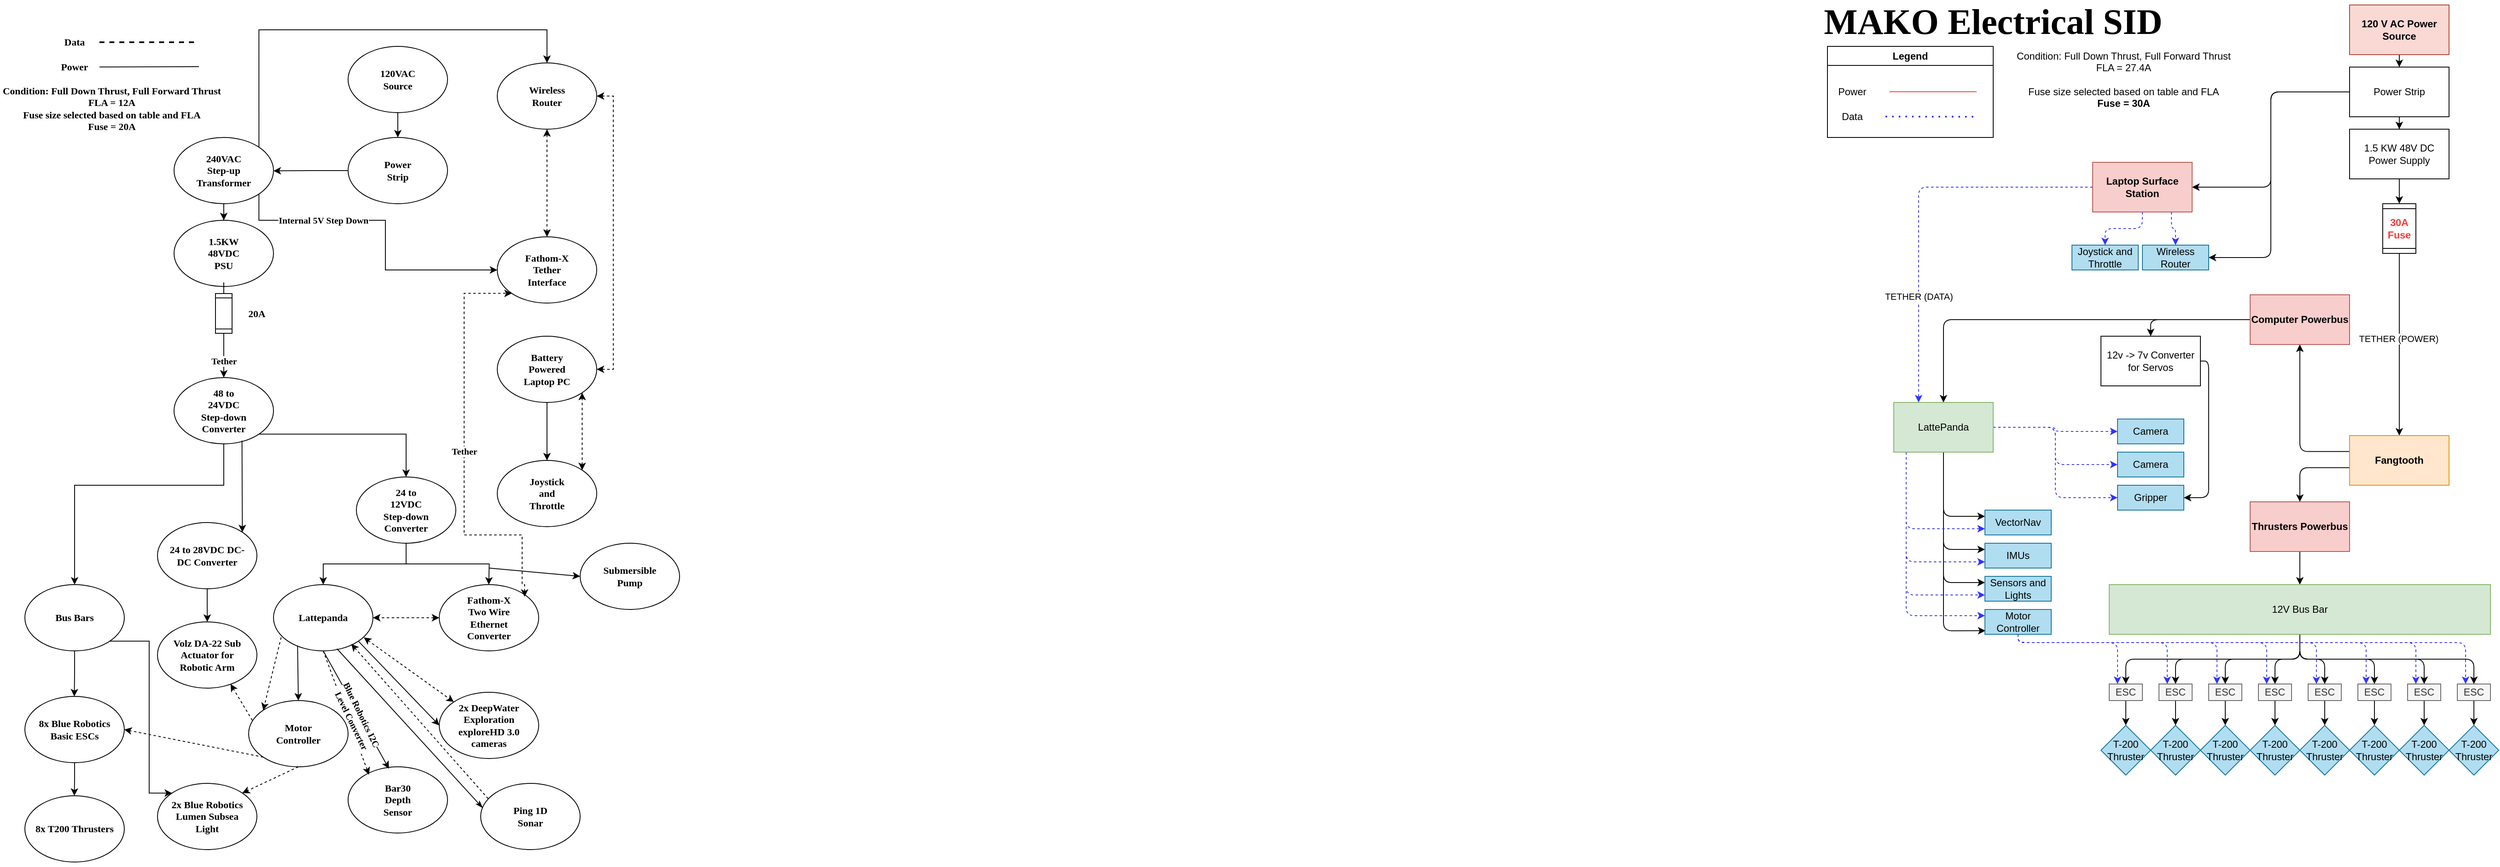
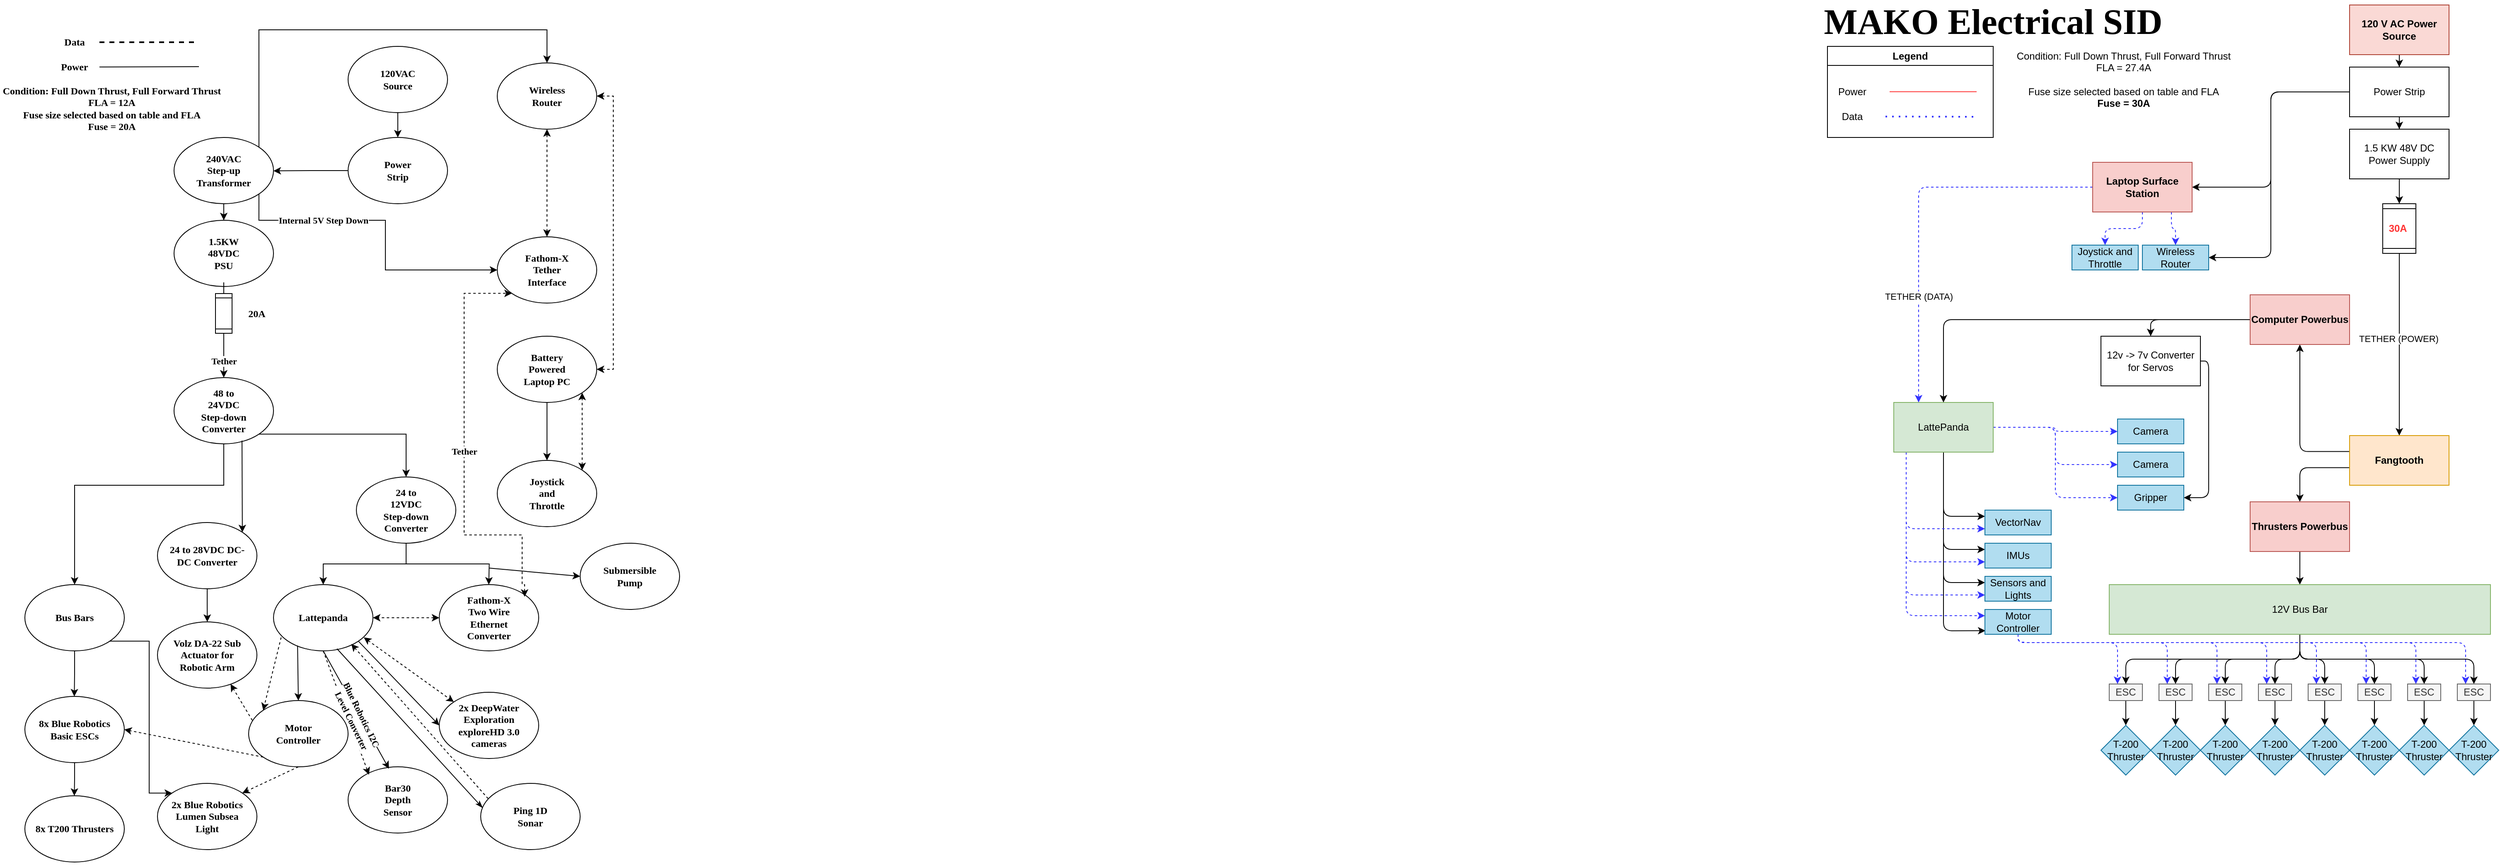
<mxfile host="app.diagrams.net" agent="Mozilla/5.0 (Windows NT 10.0; Win64; x64; rv:139.0) Gecko/20100101 Firefox/139.0">
  <diagram name="Page-1" id="doaNbLGYiiKzRFzNWdXi">
-     <mxGraphModel dx="3412" dy="993" grid="1" gridSize="10" guides="1" tooltips="1" connect="1" arrows="1" fold="1" page="1" pageScale="1" pageWidth="850" pageHeight="1100" math="0" shadow="0">
+     <mxGraphModel dx="3117" dy="822" grid="1" gridSize="10" guides="1" tooltips="1" connect="1" arrows="1" fold="1" page="1" pageScale="1" pageWidth="850" pageHeight="1100" math="0" shadow="0">
      <root>
        <mxCell id="0" />
        <mxCell id="1" parent="0" />
        <mxCell id="KtZ6byTwQnFwZSQ_47y7-5" edge="1" parent="1" source="KtZ6byTwQnFwZSQ_47y7-1" style="endArrow=classic;html=1;rounded=0;exitX=0.5;exitY=1;exitDx=0;exitDy=0;fontFamily=Times New Roman;fontStyle=1" target="KtZ6byTwQnFwZSQ_47y7-6" value="">
          <mxGeometry height="50" relative="1" width="50" as="geometry">
            <mxPoint x="-970" y="310" as="sourcePoint" />
            <mxPoint x="-1190" y="260" as="targetPoint" />
          </mxGeometry>
        </mxCell>
        <mxCell id="KtZ6byTwQnFwZSQ_47y7-8" connectable="0" parent="1" style="group;fontFamily=Times New Roman;fontStyle=1;rounded=0;" value="" vertex="1">
          <mxGeometry height="80" width="120" x="-920" y="60" as="geometry" />
        </mxCell>
        <mxCell id="KtZ6byTwQnFwZSQ_47y7-1" parent="KtZ6byTwQnFwZSQ_47y7-8" style="ellipse;whiteSpace=wrap;html=1;fontFamily=Times New Roman;fontStyle=1;rounded=0;" value="" vertex="1">
          <mxGeometry height="80" width="120" as="geometry" />
        </mxCell>
        <mxCell id="KtZ6byTwQnFwZSQ_47y7-2" parent="KtZ6byTwQnFwZSQ_47y7-8" style="text;html=1;align=center;verticalAlign=middle;whiteSpace=wrap;rounded=0;fontFamily=Times New Roman;fontStyle=1" value="120VAC Source" vertex="1">
          <mxGeometry height="30" width="60" x="30" y="25" as="geometry" />
        </mxCell>
        <mxCell id="KtZ6byTwQnFwZSQ_47y7-17" edge="1" parent="1" source="KtZ6byTwQnFwZSQ_47y7-18" style="endArrow=none;html=1;rounded=0;fontFamily=Times New Roman;fontStyle=1" value="">
          <mxGeometry height="50" relative="1" width="50" as="geometry">
            <mxPoint x="-1220" y="84.5" as="sourcePoint" />
            <mxPoint x="-1100" y="84.5" as="targetPoint" />
          </mxGeometry>
        </mxCell>
        <mxCell id="KtZ6byTwQnFwZSQ_47y7-21" collapsed="1" parent="1" style="text;html=1;align=center;verticalAlign=middle;whiteSpace=wrap;rounded=0;container=0;fontFamily=Times New Roman;fontStyle=1" value="&lt;div&gt;Data&lt;/div&gt;" vertex="1">
          <mxGeometry height="30" width="60" x="-1280" y="40" as="geometry">
            <mxRectangle height="30" width="60" x="320" y="275" as="alternateBounds" />
          </mxGeometry>
        </mxCell>
        <mxCell id="KtZ6byTwQnFwZSQ_47y7-22" edge="1" parent="1" style="endArrow=none;html=1;rounded=0;fontFamily=Times New Roman;fontStyle=1" target="KtZ6byTwQnFwZSQ_47y7-18" value="">
          <mxGeometry height="50" relative="1" width="50" as="geometry">
            <mxPoint x="-1220" y="84.5" as="sourcePoint" />
            <mxPoint x="-1100" y="84.5" as="targetPoint" />
          </mxGeometry>
        </mxCell>
        <mxCell id="KtZ6byTwQnFwZSQ_47y7-18" parent="1" style="text;html=1;align=center;verticalAlign=middle;whiteSpace=wrap;rounded=0;fontFamily=Times New Roman;fontStyle=1" value="&lt;div&gt;Power&lt;/div&gt;" vertex="1">
          <mxGeometry height="30" width="60" x="-1280" y="70" as="geometry" />
        </mxCell>
        <mxCell id="KtZ6byTwQnFwZSQ_47y7-24" connectable="0" parent="1" style="group;fontFamily=Times New Roman;fontStyle=1;rounded=0;" value="" vertex="1">
          <mxGeometry height="80" width="120" x="-740" y="290" as="geometry" />
        </mxCell>
        <mxCell id="KtZ6byTwQnFwZSQ_47y7-25" parent="KtZ6byTwQnFwZSQ_47y7-24" style="ellipse;whiteSpace=wrap;html=1;fontFamily=Times New Roman;fontStyle=1;rounded=0;" value="" vertex="1">
          <mxGeometry height="80" width="120" as="geometry" />
        </mxCell>
        <mxCell id="KtZ6byTwQnFwZSQ_47y7-26" collapsed="1" parent="KtZ6byTwQnFwZSQ_47y7-24" style="text;html=1;align=center;verticalAlign=middle;whiteSpace=wrap;rounded=0;container=0;fontFamily=Times New Roman;fontStyle=1" value="Fathom-X Tether Interface" vertex="1">
          <mxGeometry height="30" width="60" x="30" y="25" as="geometry">
            <mxRectangle height="30" width="60" x="320" y="275" as="alternateBounds" />
          </mxGeometry>
        </mxCell>
        <mxCell id="KtZ6byTwQnFwZSQ_47y7-29" connectable="0" parent="1" style="group;fontFamily=Times New Roman;fontStyle=1;rounded=0;" value="" vertex="1">
          <mxGeometry height="80" width="120" x="-740" y="410" as="geometry" />
        </mxCell>
        <mxCell id="KtZ6byTwQnFwZSQ_47y7-30" parent="KtZ6byTwQnFwZSQ_47y7-29" style="ellipse;whiteSpace=wrap;html=1;fontFamily=Times New Roman;fontStyle=1;rounded=0;" value="" vertex="1">
          <mxGeometry height="80" width="120" as="geometry" />
        </mxCell>
        <mxCell id="KtZ6byTwQnFwZSQ_47y7-31" collapsed="1" parent="KtZ6byTwQnFwZSQ_47y7-29" style="text;html=1;align=center;verticalAlign=middle;whiteSpace=wrap;rounded=0;container=0;fontFamily=Times New Roman;fontStyle=1" value="Battery Powered Laptop PC" vertex="1">
          <mxGeometry height="30" width="60" x="30" y="25" as="geometry">
            <mxRectangle height="30" width="60" x="320" y="275" as="alternateBounds" />
          </mxGeometry>
        </mxCell>
        <mxCell id="KtZ6byTwQnFwZSQ_47y7-32" connectable="0" parent="1" style="group;fontFamily=Times New Roman;fontStyle=1;rounded=0;" value="" vertex="1">
          <mxGeometry height="80" width="120" x="-920" y="170" as="geometry" />
        </mxCell>
        <mxCell id="KtZ6byTwQnFwZSQ_47y7-9" connectable="0" parent="KtZ6byTwQnFwZSQ_47y7-32" style="group;fontFamily=Times New Roman;fontStyle=1;rounded=0;" value="" vertex="1">
          <mxGeometry height="80" width="120" as="geometry" />
        </mxCell>
        <mxCell id="KtZ6byTwQnFwZSQ_47y7-44" edge="1" parent="KtZ6byTwQnFwZSQ_47y7-9" source="KtZ6byTwQnFwZSQ_47y7-6" style="edgeStyle=orthogonalEdgeStyle;rounded=0;orthogonalLoop=1;jettySize=auto;html=1;exitX=0;exitY=0.5;exitDx=0;exitDy=0;fontFamily=Times New Roman;fontStyle=1">
          <mxGeometry relative="1" as="geometry">
            <mxPoint x="-90.00000000000011" y="40.33333333333337" as="targetPoint" />
          </mxGeometry>
        </mxCell>
        <mxCell id="KtZ6byTwQnFwZSQ_47y7-6" parent="KtZ6byTwQnFwZSQ_47y7-9" style="ellipse;whiteSpace=wrap;html=1;fontFamily=Times New Roman;fontStyle=1;rounded=0;" value="" vertex="1">
          <mxGeometry height="80" width="120" as="geometry" />
        </mxCell>
        <mxCell id="KtZ6byTwQnFwZSQ_47y7-7" parent="KtZ6byTwQnFwZSQ_47y7-9" style="text;html=1;align=center;verticalAlign=middle;whiteSpace=wrap;rounded=0;fontFamily=Times New Roman;fontStyle=1" value="&lt;div&gt;Power Strip&lt;/div&gt;" vertex="1">
          <mxGeometry height="30" width="60" x="30" y="25" as="geometry" />
        </mxCell>
        <mxCell id="KtZ6byTwQnFwZSQ_47y7-33" connectable="0" parent="1" style="group;fontFamily=Times New Roman;fontStyle=1;rounded=0;" value="" vertex="1">
          <mxGeometry height="80" width="120" x="-740" y="80" as="geometry" />
        </mxCell>
        <mxCell id="KtZ6byTwQnFwZSQ_47y7-16" connectable="0" parent="KtZ6byTwQnFwZSQ_47y7-33" style="group;fontFamily=Times New Roman;fontStyle=1;rounded=0;" value="" vertex="1">
          <mxGeometry height="80" width="120" as="geometry" />
        </mxCell>
        <mxCell id="KtZ6byTwQnFwZSQ_47y7-13" parent="KtZ6byTwQnFwZSQ_47y7-16" style="ellipse;whiteSpace=wrap;html=1;fontFamily=Times New Roman;fontStyle=1;rounded=0;" value="" vertex="1">
          <mxGeometry height="80" width="120" as="geometry" />
        </mxCell>
        <mxCell id="KtZ6byTwQnFwZSQ_47y7-14" collapsed="1" parent="KtZ6byTwQnFwZSQ_47y7-16" style="text;html=1;align=center;verticalAlign=middle;whiteSpace=wrap;rounded=0;container=0;fontFamily=Times New Roman;fontStyle=1" value="&lt;div&gt;Wireless Router&lt;/div&gt;" vertex="1">
          <mxGeometry height="30" width="60" x="30" y="25" as="geometry">
            <mxRectangle height="30" width="60" x="320" y="275" as="alternateBounds" />
          </mxGeometry>
        </mxCell>
        <mxCell id="KtZ6byTwQnFwZSQ_47y7-28" edge="1" parent="KtZ6byTwQnFwZSQ_47y7-33" source="KtZ6byTwQnFwZSQ_47y7-25" style="endArrow=classic;html=1;rounded=0;dashed=1;exitX=0.5;exitY=0;exitDx=0;exitDy=0;entryX=0.5;entryY=1;entryDx=0;entryDy=0;startArrow=classic;startFill=1;fontFamily=Times New Roman;fontStyle=1" target="KtZ6byTwQnFwZSQ_47y7-13" value="">
          <mxGeometry height="50" relative="1" width="50" as="geometry">
            <mxPoint x="-30" y="210" as="sourcePoint" />
            <mxPoint x="20" y="160" as="targetPoint" />
          </mxGeometry>
        </mxCell>
        <mxCell id="KtZ6byTwQnFwZSQ_47y7-37" connectable="0" parent="1" style="group;fontFamily=Times New Roman;fontStyle=1;rounded=0;" value="" vertex="1">
          <mxGeometry height="80" width="120" x="-740" y="560" as="geometry" />
        </mxCell>
        <mxCell id="KtZ6byTwQnFwZSQ_47y7-38" parent="KtZ6byTwQnFwZSQ_47y7-37" style="ellipse;whiteSpace=wrap;html=1;fontFamily=Times New Roman;fontStyle=1;rounded=0;" value="" vertex="1">
          <mxGeometry height="80" width="120" as="geometry" />
        </mxCell>
        <mxCell id="KtZ6byTwQnFwZSQ_47y7-39" collapsed="1" parent="KtZ6byTwQnFwZSQ_47y7-37" style="text;html=1;align=center;verticalAlign=middle;whiteSpace=wrap;rounded=0;container=0;fontFamily=Times New Roman;fontStyle=1" value="Joystick and Throttle" vertex="1">
          <mxGeometry height="30" width="60" x="30" y="25" as="geometry">
            <mxRectangle height="30" width="60" x="320" y="275" as="alternateBounds" />
          </mxGeometry>
        </mxCell>
        <mxCell id="KtZ6byTwQnFwZSQ_47y7-40" edge="1" parent="1" source="KtZ6byTwQnFwZSQ_47y7-30" style="edgeStyle=orthogonalEdgeStyle;rounded=0;orthogonalLoop=1;jettySize=auto;html=1;exitX=0.5;exitY=1;exitDx=0;exitDy=0;fontFamily=Times New Roman;fontStyle=1" target="KtZ6byTwQnFwZSQ_47y7-38">
          <mxGeometry relative="1" as="geometry" />
        </mxCell>
        <mxCell id="KtZ6byTwQnFwZSQ_47y7-41" connectable="0" parent="1" style="group;fontFamily=Times New Roman;fontStyle=1;rounded=0;" value="" vertex="1">
          <mxGeometry height="80" width="120" x="-1130" y="170" as="geometry" />
        </mxCell>
        <mxCell id="KtZ6byTwQnFwZSQ_47y7-42" parent="KtZ6byTwQnFwZSQ_47y7-41" style="ellipse;whiteSpace=wrap;html=1;fontFamily=Times New Roman;fontStyle=1;rounded=0;" value="" vertex="1">
          <mxGeometry height="80" width="120" as="geometry" />
        </mxCell>
        <mxCell id="KtZ6byTwQnFwZSQ_47y7-43" collapsed="1" parent="KtZ6byTwQnFwZSQ_47y7-41" style="text;html=1;align=center;verticalAlign=middle;whiteSpace=wrap;rounded=0;container=0;fontFamily=Times New Roman;fontStyle=1" value="240VAC Step-up Transformer" vertex="1">
          <mxGeometry height="30" width="60" x="30" y="25" as="geometry">
            <mxRectangle height="30" width="60" x="320" y="275" as="alternateBounds" />
          </mxGeometry>
        </mxCell>
        <mxCell id="KtZ6byTwQnFwZSQ_47y7-45" connectable="0" parent="1" style="group;fontFamily=Times New Roman;fontStyle=1;rounded=0;" value="" vertex="1">
          <mxGeometry height="80" width="120" x="-1130" y="270" as="geometry" />
        </mxCell>
        <mxCell id="KtZ6byTwQnFwZSQ_47y7-46" parent="KtZ6byTwQnFwZSQ_47y7-45" style="ellipse;whiteSpace=wrap;html=1;fontFamily=Times New Roman;fontStyle=1;rounded=0;" value="" vertex="1">
          <mxGeometry height="80" width="120" as="geometry" />
        </mxCell>
        <mxCell id="KtZ6byTwQnFwZSQ_47y7-47" collapsed="1" parent="KtZ6byTwQnFwZSQ_47y7-45" style="text;html=1;align=center;verticalAlign=middle;whiteSpace=wrap;rounded=0;container=0;fontFamily=Times New Roman;fontStyle=1" value="1.5KW 48VDC PSU" vertex="1">
          <mxGeometry height="30" width="60" x="30" y="25" as="geometry">
            <mxRectangle height="30" width="60" x="320" y="275" as="alternateBounds" />
          </mxGeometry>
        </mxCell>
        <mxCell id="KtZ6byTwQnFwZSQ_47y7-48" edge="1" parent="1" source="KtZ6byTwQnFwZSQ_47y7-42" style="edgeStyle=orthogonalEdgeStyle;rounded=0;orthogonalLoop=1;jettySize=auto;html=1;exitX=0.5;exitY=1;exitDx=0;exitDy=0;fontFamily=Times New Roman;fontStyle=1" target="KtZ6byTwQnFwZSQ_47y7-46">
          <mxGeometry relative="1" as="geometry" />
        </mxCell>
        <mxCell id="KtZ6byTwQnFwZSQ_47y7-51" edge="1" parent="1" style="endArrow=classic;html=1;rounded=0;fontFamily=Times New Roman;fontStyle=1" value="">
          <mxGeometry relative="1" as="geometry">
            <mxPoint x="-1070" y="420" as="sourcePoint" />
            <mxPoint x="-1070" y="460" as="targetPoint" />
          </mxGeometry>
        </mxCell>
        <mxCell id="KtZ6byTwQnFwZSQ_47y7-52" connectable="0" parent="KtZ6byTwQnFwZSQ_47y7-51" style="edgeLabel;resizable=0;html=1;;align=center;verticalAlign=middle;fontFamily=Times New Roman;fontStyle=1;rounded=0;" value="&lt;div&gt;Tether&lt;/div&gt;" vertex="1">
          <mxGeometry relative="1" as="geometry" />
        </mxCell>
        <mxCell id="KtZ6byTwQnFwZSQ_47y7-57" edge="1" parent="1" source="KtZ6byTwQnFwZSQ_47y7-13" style="edgeStyle=orthogonalEdgeStyle;rounded=0;orthogonalLoop=1;jettySize=auto;html=1;exitX=1;exitY=0.5;exitDx=0;exitDy=0;entryX=1;entryY=0.5;entryDx=0;entryDy=0;dashed=1;startArrow=classic;startFill=1;fontFamily=Times New Roman;fontStyle=1" target="KtZ6byTwQnFwZSQ_47y7-30">
          <mxGeometry relative="1" as="geometry" />
        </mxCell>
        <mxCell id="KtZ6byTwQnFwZSQ_47y7-58" connectable="0" parent="1" style="group;fontFamily=Times New Roman;fontStyle=1;rounded=0;" value="" vertex="1">
          <mxGeometry height="590" width="460" x="-1130" y="460" as="geometry" />
        </mxCell>
        <mxCell id="KtZ6byTwQnFwZSQ_47y7-63" edge="1" parent="KtZ6byTwQnFwZSQ_47y7-58" source="KtZ6byTwQnFwZSQ_47y7-59" style="edgeStyle=orthogonalEdgeStyle;rounded=0;orthogonalLoop=1;jettySize=auto;html=1;exitX=1;exitY=1;exitDx=0;exitDy=0;entryX=0.5;entryY=0;entryDx=0;entryDy=0;fontFamily=Times New Roman;fontStyle=1" target="KtZ6byTwQnFwZSQ_47y7-65">
          <mxGeometry relative="1" as="geometry">
            <mxPoint x="220" y="130" as="targetPoint" />
          </mxGeometry>
        </mxCell>
        <mxCell id="KtZ6byTwQnFwZSQ_47y7-59" parent="KtZ6byTwQnFwZSQ_47y7-58" style="ellipse;whiteSpace=wrap;html=1;fontFamily=Times New Roman;fontStyle=1;rounded=0;" value="" vertex="1">
          <mxGeometry height="80" width="120" as="geometry" />
        </mxCell>
        <mxCell id="KtZ6byTwQnFwZSQ_47y7-60" collapsed="1" parent="KtZ6byTwQnFwZSQ_47y7-58" style="text;html=1;align=center;verticalAlign=middle;whiteSpace=wrap;rounded=0;container=0;fontFamily=Times New Roman;fontStyle=1" value="48 to 24VDC Step-down Converter" vertex="1">
          <mxGeometry height="30" width="60" x="30" y="25" as="geometry">
            <mxRectangle height="30" width="60" x="320" y="275" as="alternateBounds" />
          </mxGeometry>
        </mxCell>
        <mxCell id="KtZ6byTwQnFwZSQ_47y7-89" connectable="0" parent="KtZ6byTwQnFwZSQ_47y7-58" style="group;fontFamily=Times New Roman;fontStyle=1;rounded=0;" value="" vertex="1">
          <mxGeometry height="470" width="340" x="120" y="120" as="geometry" />
        </mxCell>
        <mxCell id="KtZ6byTwQnFwZSQ_47y7-64" connectable="0" parent="KtZ6byTwQnFwZSQ_47y7-89" style="group;fontFamily=Times New Roman;fontStyle=1;rounded=0;" value="" vertex="1">
          <mxGeometry height="80" width="120" x="100" as="geometry" />
        </mxCell>
        <mxCell id="KtZ6byTwQnFwZSQ_47y7-65" parent="KtZ6byTwQnFwZSQ_47y7-64" style="ellipse;whiteSpace=wrap;html=1;fontFamily=Times New Roman;fontStyle=1;rounded=0;" value="" vertex="1">
          <mxGeometry height="80" width="120" as="geometry" />
        </mxCell>
        <mxCell id="KtZ6byTwQnFwZSQ_47y7-66" collapsed="1" parent="KtZ6byTwQnFwZSQ_47y7-64" style="text;html=1;align=center;verticalAlign=middle;whiteSpace=wrap;rounded=0;container=0;fontFamily=Times New Roman;fontStyle=1" value="24 to 12VDC Step-down Converter" vertex="1">
          <mxGeometry height="30" width="60" x="30" y="25" as="geometry">
            <mxRectangle height="30" width="60" x="320" y="275" as="alternateBounds" />
          </mxGeometry>
        </mxCell>
        <mxCell id="KtZ6byTwQnFwZSQ_47y7-68" connectable="0" parent="KtZ6byTwQnFwZSQ_47y7-89" style="group;fontFamily=Times New Roman;fontStyle=1;rounded=0;" value="" vertex="1">
          <mxGeometry height="80" width="120" x="200" y="130" as="geometry" />
        </mxCell>
        <mxCell id="KtZ6byTwQnFwZSQ_47y7-69" parent="KtZ6byTwQnFwZSQ_47y7-68" style="ellipse;whiteSpace=wrap;html=1;fontFamily=Times New Roman;fontStyle=1;rounded=0;" value="" vertex="1">
          <mxGeometry height="80" width="120" as="geometry" />
        </mxCell>
        <mxCell id="KtZ6byTwQnFwZSQ_47y7-70" collapsed="1" parent="KtZ6byTwQnFwZSQ_47y7-68" style="text;html=1;align=center;verticalAlign=middle;whiteSpace=wrap;rounded=0;container=0;fontFamily=Times New Roman;fontStyle=1" value="Fathom-X Two Wire Ethernet Converter" vertex="1">
          <mxGeometry height="30" width="60" x="30" y="25" as="geometry">
            <mxRectangle height="30" width="60" x="320" y="275" as="alternateBounds" />
          </mxGeometry>
        </mxCell>
        <mxCell id="KtZ6byTwQnFwZSQ_47y7-76" connectable="0" parent="KtZ6byTwQnFwZSQ_47y7-89" style="group;fontFamily=Times New Roman;fontStyle=1;rounded=0;" value="" vertex="1">
          <mxGeometry height="80" width="120" y="130" as="geometry" />
        </mxCell>
        <mxCell id="KtZ6byTwQnFwZSQ_47y7-77" parent="KtZ6byTwQnFwZSQ_47y7-76" style="ellipse;whiteSpace=wrap;html=1;fontFamily=Times New Roman;fontStyle=1;rounded=0;" value="" vertex="1">
          <mxGeometry height="80" width="120" as="geometry" />
        </mxCell>
        <mxCell id="KtZ6byTwQnFwZSQ_47y7-78" collapsed="1" parent="KtZ6byTwQnFwZSQ_47y7-76" style="text;html=1;align=center;verticalAlign=middle;whiteSpace=wrap;rounded=0;container=0;fontFamily=Times New Roman;fontStyle=1" value="Lattepanda" vertex="1">
          <mxGeometry height="30" width="60" x="30" y="25" as="geometry">
            <mxRectangle height="30" width="60" x="320" y="275" as="alternateBounds" />
          </mxGeometry>
        </mxCell>
        <mxCell id="KtZ6byTwQnFwZSQ_47y7-67" edge="1" parent="KtZ6byTwQnFwZSQ_47y7-89" source="KtZ6byTwQnFwZSQ_47y7-65" style="edgeStyle=orthogonalEdgeStyle;rounded=0;orthogonalLoop=1;jettySize=auto;html=1;exitX=0.5;exitY=1;exitDx=0;exitDy=0;fontFamily=Times New Roman;fontStyle=1">
          <mxGeometry relative="1" as="geometry">
            <mxPoint x="190" y="90" as="sourcePoint" />
            <mxPoint x="259.75" y="130" as="targetPoint" />
          </mxGeometry>
        </mxCell>
        <mxCell id="KtZ6byTwQnFwZSQ_47y7-80" edge="1" parent="KtZ6byTwQnFwZSQ_47y7-89" source="KtZ6byTwQnFwZSQ_47y7-77" style="edgeStyle=orthogonalEdgeStyle;rounded=0;orthogonalLoop=1;jettySize=auto;html=1;exitX=0.5;exitY=0;exitDx=0;exitDy=0;entryX=0.5;entryY=1;entryDx=0;entryDy=0;startArrow=classic;startFill=1;endArrow=none;endFill=0;fontFamily=Times New Roman;fontStyle=1" target="KtZ6byTwQnFwZSQ_47y7-65">
          <mxGeometry relative="1" as="geometry" />
        </mxCell>
        <mxCell id="KtZ6byTwQnFwZSQ_47y7-81" connectable="0" parent="KtZ6byTwQnFwZSQ_47y7-89" style="group;fontFamily=Times New Roman;fontStyle=1;rounded=0;" value="" vertex="1">
          <mxGeometry height="80" width="120" x="-30" y="270" as="geometry" />
        </mxCell>
        <mxCell id="KtZ6byTwQnFwZSQ_47y7-82" parent="KtZ6byTwQnFwZSQ_47y7-81" style="ellipse;whiteSpace=wrap;html=1;fontFamily=Times New Roman;fontStyle=1;rounded=0;" value="" vertex="1">
          <mxGeometry height="80" width="120" as="geometry" />
        </mxCell>
        <mxCell id="KtZ6byTwQnFwZSQ_47y7-83" collapsed="1" parent="KtZ6byTwQnFwZSQ_47y7-81" style="text;html=1;align=center;verticalAlign=middle;whiteSpace=wrap;rounded=0;container=0;fontFamily=Times New Roman;fontStyle=1" value="&lt;div&gt;Motor Controller&lt;/div&gt;" vertex="1">
          <mxGeometry height="30" width="60" x="30" y="25" as="geometry">
            <mxRectangle height="30" width="60" x="320" y="275" as="alternateBounds" />
          </mxGeometry>
        </mxCell>
        <mxCell id="KtZ6byTwQnFwZSQ_47y7-84" edge="1" parent="KtZ6byTwQnFwZSQ_47y7-89" source="KtZ6byTwQnFwZSQ_47y7-77" style="rounded=0;orthogonalLoop=1;jettySize=auto;html=1;exitX=0.242;exitY=0.921;exitDx=0;exitDy=0;entryX=0.5;entryY=0;entryDx=0;entryDy=0;exitPerimeter=0;fontFamily=Times New Roman;fontStyle=1" target="KtZ6byTwQnFwZSQ_47y7-82">
          <mxGeometry relative="1" as="geometry" />
        </mxCell>
        <mxCell id="KtZ6byTwQnFwZSQ_47y7-85" edge="1" parent="KtZ6byTwQnFwZSQ_47y7-89" source="KtZ6byTwQnFwZSQ_47y7-77" style="rounded=0;orthogonalLoop=1;jettySize=auto;html=1;exitX=0.077;exitY=0.797;exitDx=0;exitDy=0;entryX=0;entryY=0;entryDx=0;entryDy=0;dashed=1;exitPerimeter=0;fontFamily=Times New Roman;fontStyle=1" target="KtZ6byTwQnFwZSQ_47y7-82">
          <mxGeometry relative="1" as="geometry" />
        </mxCell>
        <mxCell id="KtZ6byTwQnFwZSQ_47y7-113" edge="1" parent="KtZ6byTwQnFwZSQ_47y7-89" source="KtZ6byTwQnFwZSQ_47y7-69" style="edgeStyle=orthogonalEdgeStyle;rounded=0;orthogonalLoop=1;jettySize=auto;html=1;exitX=0;exitY=0.5;exitDx=0;exitDy=0;entryX=1;entryY=0.5;entryDx=0;entryDy=0;dashed=1;startArrow=classic;startFill=1;fontFamily=Times New Roman;fontStyle=1" target="KtZ6byTwQnFwZSQ_47y7-77">
          <mxGeometry relative="1" as="geometry" />
        </mxCell>
        <mxCell id="1TIhp53VE8E4QQOrCl6A-1" parent="KtZ6byTwQnFwZSQ_47y7-89" style="ellipse;whiteSpace=wrap;html=1;fontFamily=Times New Roman;fontStyle=1;rounded=0;" value="&lt;div&gt;2x DeepWater Exploration exploreHD 3.0 cameras&lt;/div&gt;" vertex="1">
          <mxGeometry height="80" width="120" x="200" y="260" as="geometry" />
        </mxCell>
        <mxCell id="btyZadERf1XyvgSfxNHE-8" edge="1" parent="KtZ6byTwQnFwZSQ_47y7-89" source="KtZ6byTwQnFwZSQ_47y7-77" style="rounded=0;orthogonalLoop=1;jettySize=auto;html=1;exitX=1;exitY=1;exitDx=0;exitDy=0;entryX=0;entryY=0.5;entryDx=0;entryDy=0;fontFamily=Times New Roman;fontStyle=1" target="1TIhp53VE8E4QQOrCl6A-1">
          <mxGeometry relative="1" as="geometry" />
        </mxCell>
        <mxCell id="btyZadERf1XyvgSfxNHE-9" edge="1" parent="KtZ6byTwQnFwZSQ_47y7-89" source="KtZ6byTwQnFwZSQ_47y7-77" style="rounded=0;orthogonalLoop=1;jettySize=auto;html=1;exitX=0.908;exitY=0.797;exitDx=0;exitDy=0;entryX=0;entryY=0;entryDx=0;entryDy=0;dashed=1;startArrow=classic;startFill=1;exitPerimeter=0;fontFamily=Times New Roman;fontStyle=1" target="1TIhp53VE8E4QQOrCl6A-1">
          <mxGeometry relative="1" as="geometry">
            <mxPoint x="210" y="270" as="targetPoint" />
          </mxGeometry>
        </mxCell>
        <mxCell id="etV4jzlPymx9ehgoYt_u-58" connectable="0" parent="KtZ6byTwQnFwZSQ_47y7-89" style="group;fontFamily=Times New Roman;fontStyle=1;rounded=0;" value="" vertex="1">
          <mxGeometry height="80" width="120" x="90" y="350" as="geometry" />
        </mxCell>
        <mxCell id="etV4jzlPymx9ehgoYt_u-59" parent="etV4jzlPymx9ehgoYt_u-58" style="ellipse;whiteSpace=wrap;html=1;fontFamily=Times New Roman;fontStyle=1;rounded=0;" value="" vertex="1">
          <mxGeometry height="80" width="120" as="geometry" />
        </mxCell>
        <mxCell id="etV4jzlPymx9ehgoYt_u-60" collapsed="1" parent="etV4jzlPymx9ehgoYt_u-58" style="text;html=1;align=center;verticalAlign=middle;whiteSpace=wrap;rounded=0;container=0;fontFamily=Times New Roman;fontStyle=1" value="Bar30 Depth Sensor" vertex="1">
          <mxGeometry height="30" width="60" x="30" y="25" as="geometry">
            <mxRectangle height="30" width="60" x="320" y="275" as="alternateBounds" />
          </mxGeometry>
        </mxCell>
        <mxCell id="etV4jzlPymx9ehgoYt_u-61" edge="1" parent="KtZ6byTwQnFwZSQ_47y7-89" source="KtZ6byTwQnFwZSQ_47y7-77" style="rounded=0;orthogonalLoop=1;jettySize=auto;html=1;exitX=0.5;exitY=1;exitDx=0;exitDy=0;entryX=0.21;entryY=0.12;entryDx=0;entryDy=0;entryPerimeter=0;dashed=1;fontFamily=Times New Roman;fontStyle=1" target="etV4jzlPymx9ehgoYt_u-59">
          <mxGeometry relative="1" as="geometry" />
        </mxCell>
        <mxCell id="etV4jzlPymx9ehgoYt_u-62" edge="1" parent="KtZ6byTwQnFwZSQ_47y7-89" source="KtZ6byTwQnFwZSQ_47y7-77" style="rounded=0;orthogonalLoop=1;jettySize=auto;html=1;exitX=0.5;exitY=1;exitDx=0;exitDy=0;entryX=0.411;entryY=0.029;entryDx=0;entryDy=0;entryPerimeter=0;fontFamily=Times New Roman;fontStyle=1" target="etV4jzlPymx9ehgoYt_u-59">
          <mxGeometry relative="1" as="geometry" />
        </mxCell>
        <mxCell id="_jh59VST7iY0-ydR_Vmc-1" connectable="0" parent="etV4jzlPymx9ehgoYt_u-62" style="edgeLabel;html=1;align=center;verticalAlign=middle;resizable=0;points=[];rotation=64;fontFamily=Times New Roman;fontStyle=1;rounded=0;" value="&lt;div&gt;Blue Robotics I2C&lt;/div&gt;&lt;div&gt;&amp;nbsp;Level Converter&lt;/div&gt;" vertex="1">
          <mxGeometry relative="1" x="0.567" as="geometry">
            <mxPoint x="-22" y="-32" as="offset" />
          </mxGeometry>
        </mxCell>
        <mxCell id="ipf7ujVZ-AzwesgqvqbX-4" edge="1" parent="KtZ6byTwQnFwZSQ_47y7-89" style="endArrow=classic;html=1;rounded=0;fontFamily=Times New Roman;fontStyle=1" value="">
          <mxGeometry height="50" relative="1" width="50" as="geometry">
            <mxPoint x="260" y="110" as="sourcePoint" />
            <mxPoint x="370" y="120" as="targetPoint" />
          </mxGeometry>
        </mxCell>
        <mxCell id="KtZ6byTwQnFwZSQ_47y7-115" connectable="0" parent="KtZ6byTwQnFwZSQ_47y7-58" style="group;fontFamily=Times New Roman;fontStyle=1;rounded=0;" value="" vertex="1">
          <mxGeometry height="80" width="120" x="-20" y="175" as="geometry" />
        </mxCell>
        <mxCell id="KtZ6byTwQnFwZSQ_47y7-124" edge="1" parent="KtZ6byTwQnFwZSQ_47y7-115" source="KtZ6byTwQnFwZSQ_47y7-116" style="edgeStyle=orthogonalEdgeStyle;rounded=0;orthogonalLoop=1;jettySize=auto;html=1;exitX=0.5;exitY=1;exitDx=0;exitDy=0;fontFamily=Times New Roman;fontStyle=1">
          <mxGeometry relative="1" as="geometry">
            <mxPoint x="60.11764705882365" y="120" as="targetPoint" />
          </mxGeometry>
        </mxCell>
        <mxCell id="KtZ6byTwQnFwZSQ_47y7-116" parent="KtZ6byTwQnFwZSQ_47y7-115" style="ellipse;whiteSpace=wrap;html=1;fontFamily=Times New Roman;fontStyle=1;rounded=0;" value="" vertex="1">
          <mxGeometry height="80" width="120" as="geometry" />
        </mxCell>
        <mxCell id="KtZ6byTwQnFwZSQ_47y7-117" collapsed="1" parent="KtZ6byTwQnFwZSQ_47y7-115" style="text;html=1;align=center;verticalAlign=middle;whiteSpace=wrap;rounded=0;container=0;fontFamily=Times New Roman;fontStyle=1" value="24 to 28VDC DC-DC Converter" vertex="1">
          <mxGeometry height="30" width="100" x="10" y="25" as="geometry">
            <mxRectangle height="30" width="60" x="320" y="275" as="alternateBounds" />
          </mxGeometry>
        </mxCell>
        <mxCell id="KtZ6byTwQnFwZSQ_47y7-121" connectable="0" parent="KtZ6byTwQnFwZSQ_47y7-58" style="group;fontFamily=Times New Roman;fontStyle=1;rounded=0;" value="" vertex="1">
          <mxGeometry height="80" width="120" x="-20" y="295" as="geometry" />
        </mxCell>
        <mxCell id="KtZ6byTwQnFwZSQ_47y7-122" parent="KtZ6byTwQnFwZSQ_47y7-121" style="ellipse;whiteSpace=wrap;html=1;fontFamily=Times New Roman;fontStyle=1;rounded=0;" value="" vertex="1">
          <mxGeometry height="80" width="120" as="geometry" />
        </mxCell>
        <mxCell id="KtZ6byTwQnFwZSQ_47y7-123" collapsed="1" parent="KtZ6byTwQnFwZSQ_47y7-121" style="text;html=1;align=center;verticalAlign=middle;whiteSpace=wrap;rounded=0;container=0;fontFamily=Times New Roman;fontStyle=1" value="Volz DA-22 Sub Actuator for Robotic Arm" vertex="1">
          <mxGeometry height="30" width="100" x="10" y="25" as="geometry">
            <mxRectangle height="30" width="60" x="320" y="275" as="alternateBounds" />
          </mxGeometry>
        </mxCell>
        <mxCell id="btyZadERf1XyvgSfxNHE-3" edge="1" parent="KtZ6byTwQnFwZSQ_47y7-58" style="endArrow=classic;html=1;rounded=0;entryX=1;entryY=0;entryDx=0;entryDy=0;fontFamily=Times New Roman;fontStyle=1" target="KtZ6byTwQnFwZSQ_47y7-116" value="">
          <mxGeometry height="50" relative="1" width="50" as="geometry">
            <mxPoint x="82" y="76" as="sourcePoint" />
            <mxPoint x="350" y="280" as="targetPoint" />
          </mxGeometry>
        </mxCell>
        <mxCell id="btyZadERf1XyvgSfxNHE-7" edge="1" parent="KtZ6byTwQnFwZSQ_47y7-58" source="KtZ6byTwQnFwZSQ_47y7-82" style="rounded=0;orthogonalLoop=1;jettySize=auto;html=1;exitX=0.037;exitY=0.299;exitDx=0;exitDy=0;entryX=0.735;entryY=0.939;entryDx=0;entryDy=0;dashed=1;exitPerimeter=0;entryPerimeter=0;fontFamily=Times New Roman;fontStyle=1" target="KtZ6byTwQnFwZSQ_47y7-122">
          <mxGeometry relative="1" as="geometry">
            <mxPoint x="63.6499999999992" y="441.9" as="sourcePoint" />
            <mxPoint x="56.34923699267929" y="375.0012072515923" as="targetPoint" />
          </mxGeometry>
        </mxCell>
        <mxCell id="etV4jzlPymx9ehgoYt_u-14" connectable="0" parent="KtZ6byTwQnFwZSQ_47y7-58" style="group;fontFamily=Times New Roman;fontStyle=1;rounded=0;" value="" vertex="1">
          <mxGeometry height="80" width="120" x="-20" y="490" as="geometry" />
        </mxCell>
        <mxCell id="etV4jzlPymx9ehgoYt_u-15" parent="etV4jzlPymx9ehgoYt_u-14" style="ellipse;whiteSpace=wrap;html=1;fontFamily=Times New Roman;fontStyle=1;rounded=0;" value="" vertex="1">
          <mxGeometry height="80" width="120" as="geometry" />
        </mxCell>
        <mxCell id="etV4jzlPymx9ehgoYt_u-16" collapsed="1" parent="etV4jzlPymx9ehgoYt_u-14" style="text;html=1;align=center;verticalAlign=middle;whiteSpace=wrap;rounded=0;container=0;fontFamily=Times New Roman;fontStyle=1" value="2x Blue Robotics Lumen Subsea Light" vertex="1">
          <mxGeometry height="30" width="100" x="10" y="25" as="geometry">
            <mxRectangle height="30" width="60" x="320" y="275" as="alternateBounds" />
          </mxGeometry>
        </mxCell>
        <mxCell id="etV4jzlPymx9ehgoYt_u-18" edge="1" parent="KtZ6byTwQnFwZSQ_47y7-58" source="KtZ6byTwQnFwZSQ_47y7-82" style="rounded=0;orthogonalLoop=1;jettySize=auto;html=1;exitX=0.5;exitY=1;exitDx=0;exitDy=0;entryX=1;entryY=0;entryDx=0;entryDy=0;dashed=1;fontFamily=Times New Roman;fontStyle=1" target="etV4jzlPymx9ehgoYt_u-15">
          <mxGeometry relative="1" as="geometry" />
        </mxCell>
        <mxCell id="KtZ6byTwQnFwZSQ_47y7-71" edge="1" parent="1" source="KtZ6byTwQnFwZSQ_47y7-69" style="endArrow=classic;html=1;rounded=0;edgeStyle=orthogonalEdgeStyle;dashed=1;entryX=0;entryY=1;entryDx=0;entryDy=0;exitX=0.858;exitY=0.183;exitDx=0;exitDy=0;startArrow=classic;startFill=1;exitPerimeter=0;fontFamily=Times New Roman;fontStyle=1" target="KtZ6byTwQnFwZSQ_47y7-25" value="">
          <mxGeometry relative="1" as="geometry">
            <Array as="points">
              <mxPoint x="-707" y="710" />
              <mxPoint x="-710" y="710" />
              <mxPoint x="-710" y="650" />
              <mxPoint x="-780" y="650" />
              <mxPoint x="-780" y="358" />
            </Array>
            <mxPoint x="-720" y="701" as="sourcePoint" />
            <mxPoint x="-792.426406871193" y="290.00427124746193" as="targetPoint" />
          </mxGeometry>
        </mxCell>
        <mxCell id="KtZ6byTwQnFwZSQ_47y7-72" connectable="0" parent="KtZ6byTwQnFwZSQ_47y7-71" style="edgeLabel;resizable=0;html=1;;align=center;verticalAlign=middle;fontFamily=Times New Roman;fontStyle=1;rounded=0;" value="Tether" vertex="1">
          <mxGeometry relative="1" as="geometry" />
        </mxCell>
        <mxCell id="KtZ6byTwQnFwZSQ_47y7-90" edge="1" parent="1" source="KtZ6byTwQnFwZSQ_47y7-59" style="edgeStyle=orthogonalEdgeStyle;rounded=0;orthogonalLoop=1;jettySize=auto;html=1;exitX=0.5;exitY=1;exitDx=0;exitDy=0;entryX=0.5;entryY=0;entryDx=0;entryDy=0;fontFamily=Times New Roman;fontStyle=1" target="KtZ6byTwQnFwZSQ_47y7-87">
          <mxGeometry relative="1" as="geometry">
            <Array as="points">
              <mxPoint x="-1070" y="590" />
              <mxPoint x="-1250" y="590" />
            </Array>
          </mxGeometry>
        </mxCell>
        <mxCell id="KtZ6byTwQnFwZSQ_47y7-112" edge="1" parent="1" source="KtZ6byTwQnFwZSQ_47y7-82" style="rounded=0;orthogonalLoop=1;jettySize=auto;html=1;exitX=0;exitY=1;exitDx=0;exitDy=0;entryX=1.1;entryY=0.5;entryDx=0;entryDy=0;entryPerimeter=0;dashed=1;fontFamily=Times New Roman;fontStyle=1" target="KtZ6byTwQnFwZSQ_47y7-105">
          <mxGeometry relative="1" as="geometry" />
        </mxCell>
        <mxCell id="KtZ6byTwQnFwZSQ_47y7-125" connectable="0" parent="1" style="group;fontFamily=Times New Roman;fontStyle=1;rounded=0;" value="" vertex="1">
          <mxGeometry height="335" width="120" x="-1310" y="710" as="geometry" />
        </mxCell>
        <mxCell id="KtZ6byTwQnFwZSQ_47y7-92" connectable="0" parent="KtZ6byTwQnFwZSQ_47y7-125" style="group;fontFamily=Times New Roman;fontStyle=1;rounded=0;" value="" vertex="1">
          <mxGeometry height="335" width="120" as="geometry" />
        </mxCell>
        <mxCell id="KtZ6byTwQnFwZSQ_47y7-87" parent="KtZ6byTwQnFwZSQ_47y7-92" style="ellipse;whiteSpace=wrap;html=1;fontFamily=Times New Roman;fontStyle=1;rounded=0;" value="" vertex="1">
          <mxGeometry height="80" width="120" as="geometry" />
        </mxCell>
        <mxCell id="KtZ6byTwQnFwZSQ_47y7-106" edge="1" parent="KtZ6byTwQnFwZSQ_47y7-92" source="KtZ6byTwQnFwZSQ_47y7-87" style="edgeStyle=orthogonalEdgeStyle;rounded=0;orthogonalLoop=1;jettySize=auto;html=1;exitX=0.5;exitY=1;exitDx=0;exitDy=0;fontFamily=Times New Roman;fontStyle=1">
          <mxGeometry relative="1" as="geometry">
            <mxPoint x="59.66666666666674" y="135" as="targetPoint" />
          </mxGeometry>
        </mxCell>
        <mxCell id="KtZ6byTwQnFwZSQ_47y7-91" collapsed="1" parent="KtZ6byTwQnFwZSQ_47y7-92" style="text;html=1;align=center;verticalAlign=middle;whiteSpace=wrap;rounded=0;container=0;fontFamily=Times New Roman;fontStyle=1" value="Bus Bars" vertex="1">
          <mxGeometry height="30" width="60" x="30" y="25" as="geometry">
            <mxRectangle height="30" width="60" x="320" y="275" as="alternateBounds" />
          </mxGeometry>
        </mxCell>
        <mxCell id="KtZ6byTwQnFwZSQ_47y7-103" connectable="0" parent="KtZ6byTwQnFwZSQ_47y7-92" style="group;fontFamily=Times New Roman;fontStyle=1;rounded=0;" value="" vertex="1">
          <mxGeometry height="80" width="120" y="135" as="geometry" />
        </mxCell>
        <mxCell id="KtZ6byTwQnFwZSQ_47y7-110" edge="1" parent="KtZ6byTwQnFwZSQ_47y7-103" source="KtZ6byTwQnFwZSQ_47y7-104" style="edgeStyle=orthogonalEdgeStyle;rounded=0;orthogonalLoop=1;jettySize=auto;html=1;exitX=0.5;exitY=1;exitDx=0;exitDy=0;fontFamily=Times New Roman;fontStyle=1">
          <mxGeometry relative="1" as="geometry">
            <mxPoint x="59.66666666666674" y="120" as="targetPoint" />
          </mxGeometry>
        </mxCell>
        <mxCell id="KtZ6byTwQnFwZSQ_47y7-104" parent="KtZ6byTwQnFwZSQ_47y7-103" style="ellipse;whiteSpace=wrap;html=1;fontFamily=Times New Roman;fontStyle=1;rounded=0;" value="" vertex="1">
          <mxGeometry height="80" width="120" as="geometry" />
        </mxCell>
        <mxCell id="KtZ6byTwQnFwZSQ_47y7-105" collapsed="1" parent="KtZ6byTwQnFwZSQ_47y7-103" style="text;html=1;align=center;verticalAlign=middle;whiteSpace=wrap;rounded=0;container=0;fontFamily=Times New Roman;fontStyle=1" value="8x Blue Robotics Basic ESCs" vertex="1">
          <mxGeometry height="30" width="100" x="10" y="25" as="geometry">
            <mxRectangle height="30" width="60" x="320" y="275" as="alternateBounds" />
          </mxGeometry>
        </mxCell>
        <mxCell id="KtZ6byTwQnFwZSQ_47y7-107" connectable="0" parent="KtZ6byTwQnFwZSQ_47y7-92" style="group;fontFamily=Times New Roman;fontStyle=1;rounded=0;" value="" vertex="1">
          <mxGeometry height="80" width="120" y="255" as="geometry" />
        </mxCell>
        <mxCell id="KtZ6byTwQnFwZSQ_47y7-108" parent="KtZ6byTwQnFwZSQ_47y7-107" style="ellipse;whiteSpace=wrap;html=1;fontFamily=Times New Roman;fontStyle=1;rounded=0;" value="" vertex="1">
          <mxGeometry height="80" width="120" as="geometry" />
        </mxCell>
        <mxCell id="KtZ6byTwQnFwZSQ_47y7-109" collapsed="1" parent="KtZ6byTwQnFwZSQ_47y7-107" style="text;html=1;align=center;verticalAlign=middle;whiteSpace=wrap;rounded=0;container=0;fontFamily=Times New Roman;fontStyle=1" value="8x T200 Thrusters" vertex="1">
          <mxGeometry height="30" width="100" x="10" y="25" as="geometry">
            <mxRectangle height="30" width="60" x="320" y="275" as="alternateBounds" />
          </mxGeometry>
        </mxCell>
        <mxCell id="KtZ6byTwQnFwZSQ_47y7-143" parent="1" style="pointerEvents=1;verticalLabelPosition=bottom;shadow=0;dashed=0;align=center;html=1;verticalAlign=top;shape=mxgraph.electrical.miscellaneous.fuse_1;rotation=-90;fontFamily=Times New Roman;fontStyle=1;rounded=0;" value="" vertex="1">
          <mxGeometry height="20" width="75" x="-1107.5" y="372.5" as="geometry" />
        </mxCell>
        <mxCell id="KtZ6byTwQnFwZSQ_47y7-144" collapsed="1" parent="1" style="text;html=1;align=center;verticalAlign=middle;whiteSpace=wrap;rounded=0;container=0;fontFamily=Times New Roman;fontStyle=1" value="20A" vertex="1">
          <mxGeometry height="30" width="60" x="-1060" y="367.5" as="geometry">
            <mxRectangle height="30" width="60" x="320" y="275" as="alternateBounds" />
          </mxGeometry>
        </mxCell>
        <mxCell id="KtZ6byTwQnFwZSQ_47y7-145" collapsed="1" parent="1" style="text;html=1;align=center;verticalAlign=middle;whiteSpace=wrap;rounded=0;container=0;fontFamily=Times New Roman;fontStyle=1" value="&lt;div&gt;Condition: Full Down Thrust, Full Forward Thrust&lt;/div&gt;&lt;div&gt;FLA = 12A&lt;/div&gt;&lt;div&gt;Fuse size selected based on table and FLA&lt;/div&gt;&lt;div&gt;&lt;span&gt;Fuse = 20A&lt;/span&gt;&lt;/div&gt;" vertex="1">
          <mxGeometry height="170" width="270" x="-1340" y="50" as="geometry">
            <mxRectangle height="30" width="60" x="320" y="275" as="alternateBounds" />
          </mxGeometry>
        </mxCell>
        <mxCell id="KtZ6byTwQnFwZSQ_47y7-147" edge="1" parent="1" source="KtZ6byTwQnFwZSQ_47y7-21" style="endArrow=none;dashed=1;html=1;strokeWidth=2;rounded=0;exitX=1;exitY=0.5;exitDx=0;exitDy=0;fontFamily=Times New Roman;fontStyle=1" value="">
          <mxGeometry height="50" relative="1" width="50" as="geometry">
            <mxPoint x="-1170" y="80" as="sourcePoint" />
            <mxPoint x="-1100" y="55" as="targetPoint" />
          </mxGeometry>
        </mxCell>
        <object label="Internal 5V Step Down" id="YFcSXKNce1uvGu7f9DYM-2">
          <mxCell edge="1" parent="1" source="KtZ6byTwQnFwZSQ_47y7-42" style="edgeStyle=orthogonalEdgeStyle;rounded=0;orthogonalLoop=1;jettySize=auto;html=1;exitX=1;exitY=1;exitDx=0;exitDy=0;entryX=0;entryY=0.5;entryDx=0;entryDy=0;metaEdit=1;fontFamily=Times New Roman;fontStyle=1" target="KtZ6byTwQnFwZSQ_47y7-25">
            <mxGeometry relative="1" x="-0.4236" as="geometry">
              <mxPoint as="offset" />
              <Array as="points">
                <mxPoint x="-1028" y="270" />
                <mxPoint x="-875" y="270" />
                <mxPoint x="-875" y="330" />
              </Array>
              <mxPoint x="-929.9999999999998" y="279.9999999999999" as="targetPoint" />
            </mxGeometry>
          </mxCell>
        </object>
        <mxCell id="YFcSXKNce1uvGu7f9DYM-5" edge="1" parent="1" source="KtZ6byTwQnFwZSQ_47y7-42" style="edgeStyle=orthogonalEdgeStyle;rounded=0;orthogonalLoop=1;jettySize=auto;html=1;exitX=1;exitY=0;exitDx=0;exitDy=0;entryX=0.5;entryY=0;entryDx=0;entryDy=0;fontFamily=Times New Roman;fontStyle=1" target="KtZ6byTwQnFwZSQ_47y7-13">
          <mxGeometry relative="1" as="geometry">
            <Array as="points">
              <mxPoint x="-1028" y="40" />
              <mxPoint x="-680" y="40" />
            </Array>
          </mxGeometry>
        </mxCell>
        <mxCell id="YFcSXKNce1uvGu7f9DYM-6" edge="1" parent="1" source="KtZ6byTwQnFwZSQ_47y7-38" style="edgeStyle=orthogonalEdgeStyle;rounded=0;orthogonalLoop=1;jettySize=auto;html=1;exitX=1;exitY=0;exitDx=0;exitDy=0;entryX=1;entryY=1;entryDx=0;entryDy=0;dashed=1;startArrow=classic;startFill=1;fontFamily=Times New Roman;fontStyle=1" target="KtZ6byTwQnFwZSQ_47y7-30">
          <mxGeometry relative="1" as="geometry" />
        </mxCell>
        <mxCell id="etV4jzlPymx9ehgoYt_u-17" edge="1" parent="1" source="KtZ6byTwQnFwZSQ_47y7-87" style="edgeStyle=orthogonalEdgeStyle;rounded=0;orthogonalLoop=1;jettySize=auto;html=1;exitX=1;exitY=1;exitDx=0;exitDy=0;entryX=0;entryY=0;entryDx=0;entryDy=0;fontFamily=Times New Roman;fontStyle=1" target="etV4jzlPymx9ehgoYt_u-15">
          <mxGeometry relative="1" as="geometry">
            <Array as="points">
              <mxPoint x="-1160" y="778" />
              <mxPoint x="-1160" y="962" />
            </Array>
          </mxGeometry>
        </mxCell>
        <mxCell id="etV4jzlPymx9ehgoYt_u-64" connectable="0" parent="1" style="group;fontFamily=Times New Roman;fontStyle=1;rounded=0;" value="" vertex="1">
          <mxGeometry height="80" width="120" x="-760" y="950" as="geometry" />
        </mxCell>
        <mxCell id="etV4jzlPymx9ehgoYt_u-65" parent="etV4jzlPymx9ehgoYt_u-64" style="ellipse;whiteSpace=wrap;html=1;fontFamily=Times New Roman;fontStyle=1;rounded=0;" value="" vertex="1">
          <mxGeometry height="80" width="120" as="geometry" />
        </mxCell>
        <mxCell id="etV4jzlPymx9ehgoYt_u-66" collapsed="1" parent="etV4jzlPymx9ehgoYt_u-64" style="text;html=1;align=center;verticalAlign=middle;whiteSpace=wrap;rounded=0;container=0;fontFamily=Times New Roman;fontStyle=1" value="Ping 1D Sonar" vertex="1">
          <mxGeometry height="30" width="60" x="30" y="25" as="geometry">
            <mxRectangle height="30" width="60" x="320" y="275" as="alternateBounds" />
          </mxGeometry>
        </mxCell>
        <mxCell id="etV4jzlPymx9ehgoYt_u-67" edge="1" parent="1" source="etV4jzlPymx9ehgoYt_u-65" style="rounded=0;orthogonalLoop=1;jettySize=auto;html=1;exitX=0.02;exitY=0.37;exitDx=0;exitDy=0;entryX=0.638;entryY=0.967;entryDx=0;entryDy=0;entryPerimeter=0;exitPerimeter=0;startArrow=classicThin;startFill=1;endArrow=none;fontFamily=Times New Roman;fontStyle=1" target="KtZ6byTwQnFwZSQ_47y7-77">
          <mxGeometry relative="1" as="geometry">
            <mxPoint x="-920" y="800" as="targetPoint" />
          </mxGeometry>
        </mxCell>
        <mxCell id="etV4jzlPymx9ehgoYt_u-68" edge="1" parent="1" source="etV4jzlPymx9ehgoYt_u-65" style="rounded=0;orthogonalLoop=1;jettySize=auto;html=1;exitX=0.075;exitY=0.231;exitDx=0;exitDy=0;entryX=0.782;entryY=0.895;entryDx=0;entryDy=0;entryPerimeter=0;dashed=1;exitPerimeter=0;fontFamily=Times New Roman;fontStyle=1" target="KtZ6byTwQnFwZSQ_47y7-77">
          <mxGeometry relative="1" as="geometry" />
        </mxCell>
        <mxCell id="ipf7ujVZ-AzwesgqvqbX-1" connectable="0" parent="1" style="group;fontFamily=Times New Roman;fontStyle=1;rounded=0;" value="" vertex="1">
          <mxGeometry height="80" width="120" x="-640" y="660" as="geometry" />
        </mxCell>
        <mxCell id="ipf7ujVZ-AzwesgqvqbX-2" parent="ipf7ujVZ-AzwesgqvqbX-1" style="ellipse;whiteSpace=wrap;html=1;fontFamily=Times New Roman;fontStyle=1;rounded=0;" value="" vertex="1">
          <mxGeometry height="80" width="120" as="geometry" />
        </mxCell>
        <mxCell id="ipf7ujVZ-AzwesgqvqbX-3" collapsed="1" parent="ipf7ujVZ-AzwesgqvqbX-1" style="text;html=1;align=center;verticalAlign=middle;whiteSpace=wrap;rounded=0;container=0;fontFamily=Times New Roman;fontStyle=1" value="Submersible Pump" vertex="1">
          <mxGeometry height="30" width="60" x="30" y="25" as="geometry">
            <mxRectangle height="30" width="60" x="320" y="275" as="alternateBounds" />
          </mxGeometry>
        </mxCell>
        <mxCell id="59XTsty1G1Yx93DkZX_j-1" parent="1" style="text;html=1;whiteSpace=wrap;strokeColor=none;fillColor=none;align=center;verticalAlign=middle;rounded=0;fontFamily=Times New Roman;fontStyle=1" value="&lt;font style=&quot;font-size: 43px;&quot;&gt;&lt;span&gt;MAKO Electrical SID&lt;/span&gt;&lt;/font&gt;" vertex="1">
          <mxGeometry height="40" width="420" x="855" y="10" as="geometry" />
        </mxCell>
        <mxCell id="59XTsty1G1Yx93DkZX_j-24" edge="1" parent="1" style="edgeStyle=orthogonalEdgeStyle;rounded=0;orthogonalLoop=1;jettySize=auto;html=1;exitX=0.5;exitY=1;exitDx=0;exitDy=0;">
          <mxGeometry relative="1" as="geometry">
            <mxPoint x="1475" y="790" as="sourcePoint" />
            <mxPoint x="1475" y="790" as="targetPoint" />
          </mxGeometry>
        </mxCell>
        <mxCell id="59XTsty1G1Yx93DkZX_j-45" parent="1" style="swimlane;whiteSpace=wrap;html=1;" value="Legend" vertex="1">
          <mxGeometry height="110" width="200" x="865" y="60" as="geometry" />
        </mxCell>
        <mxCell id="59XTsty1G1Yx93DkZX_j-46" parent="59XTsty1G1Yx93DkZX_j-45" style="text;html=1;whiteSpace=wrap;strokeColor=none;fillColor=none;align=center;verticalAlign=middle;rounded=0;" value="Power" vertex="1">
          <mxGeometry height="30" width="60" y="40" as="geometry" />
        </mxCell>
        <mxCell id="59XTsty1G1Yx93DkZX_j-47" parent="59XTsty1G1Yx93DkZX_j-45" style="text;html=1;whiteSpace=wrap;strokeColor=none;fillColor=none;align=center;verticalAlign=middle;rounded=0;" value="Data" vertex="1">
          <mxGeometry height="30" width="60" y="70" as="geometry" />
        </mxCell>
        <mxCell id="59XTsty1G1Yx93DkZX_j-53" edge="1" parent="59XTsty1G1Yx93DkZX_j-45" style="endArrow=none;dashed=1;html=1;dashPattern=1 3;strokeWidth=2;strokeColor=#3333FF;" value="">
          <mxGeometry height="50" relative="1" width="50" as="geometry">
            <mxPoint x="70" y="84.72" as="sourcePoint" />
            <mxPoint x="180" y="85" as="targetPoint" />
          </mxGeometry>
        </mxCell>
        <mxCell id="59XTsty1G1Yx93DkZX_j-54" edge="1" parent="59XTsty1G1Yx93DkZX_j-45" style="endArrow=none;html=1;strokeColor=#FF3333;" value="">
          <mxGeometry height="50" relative="1" width="50" as="geometry">
            <mxPoint x="75" y="54.72" as="sourcePoint" />
            <mxPoint x="180" y="54.72" as="targetPoint" />
          </mxGeometry>
        </mxCell>
        <mxCell id="59XTsty1G1Yx93DkZX_j-216" edge="1" parent="1" source="59XTsty1G1Yx93DkZX_j-57" style="edgeStyle=orthogonalEdgeStyle;orthogonalLoop=1;jettySize=auto;html=1;" target="59XTsty1G1Yx93DkZX_j-208" value="">
          <mxGeometry relative="1" as="geometry" />
        </mxCell>
        <mxCell id="59XTsty1G1Yx93DkZX_j-57" parent="1" style="rounded=0;whiteSpace=wrap;html=1;fillColor=#fad9d5;strokeColor=#ae4132;fontStyle=1" value="120 V AC Power Source" vertex="1">
          <mxGeometry height="60" width="120" x="1495" y="10" as="geometry" />
        </mxCell>
        <mxCell id="59XTsty1G1Yx93DkZX_j-71" edge="1" parent="1" source="59XTsty1G1Yx93DkZX_j-66" style="edgeStyle=orthogonalEdgeStyle;orthogonalLoop=1;jettySize=auto;html=1;" target="59XTsty1G1Yx93DkZX_j-70" value="">
          <mxGeometry relative="1" as="geometry" />
        </mxCell>
        <mxCell id="59XTsty1G1Yx93DkZX_j-66" parent="1" style="rounded=0;whiteSpace=wrap;html=1;" value="&lt;div&gt;1.5 KW 48V DC Power Supply&lt;/div&gt;" vertex="1">
          <mxGeometry height="60" width="120" x="1495" y="160" as="geometry" />
        </mxCell>
        <mxCell id="59XTsty1G1Yx93DkZX_j-81" edge="1" parent="1" source="59XTsty1G1Yx93DkZX_j-70" style="edgeStyle=orthogonalEdgeStyle;orthogonalLoop=1;jettySize=auto;html=1;entryX=0.5;entryY=0;entryDx=0;entryDy=0;" target="59XTsty1G1Yx93DkZX_j-101" value="">
          <mxGeometry relative="1" as="geometry">
            <mxPoint x="1555" y="470" as="targetPoint" />
          </mxGeometry>
        </mxCell>
        <mxCell id="59XTsty1G1Yx93DkZX_j-99" connectable="0" parent="59XTsty1G1Yx93DkZX_j-81" style="edgeLabel;html=1;align=center;verticalAlign=middle;resizable=0;points=[];" value="TETHER (POWER)" vertex="1">
          <mxGeometry relative="1" x="-0.062" y="-1" as="geometry">
            <mxPoint as="offset" />
          </mxGeometry>
        </mxCell>
-         <mxCell id="59XTsty1G1Yx93DkZX_j-70" parent="1" style="shape=process;whiteSpace=wrap;html=1;backgroundOutline=1;rounded=0;direction=south;" value="&lt;div&gt;&lt;b style=&quot;color: rgb(255, 53, 53);&quot;&gt;30A Fuse&lt;/b&gt;&lt;/div&gt;" vertex="1">
+         <mxCell id="59XTsty1G1Yx93DkZX_j-70" parent="1" style="shape=process;whiteSpace=wrap;html=1;backgroundOutline=1;rounded=0;direction=south;" value="&lt;div&gt;&lt;b style=&quot;color: rgb(255, 53, 53);&quot;&gt;30A&amp;nbsp;&lt;/b&gt;&lt;/div&gt;" vertex="1">
          <mxGeometry height="60" width="40" x="1535" y="250" as="geometry" />
        </mxCell>
        <mxCell id="59XTsty1G1Yx93DkZX_j-83" parent="1" style="text;html=1;whiteSpace=wrap;strokeColor=none;fillColor=none;align=center;verticalAlign=middle;rounded=0;" value="&lt;div&gt;Condition: Full Down Thrust, Full Forward Thrust&lt;/div&gt;&lt;div&gt;FLA = 27.4A&lt;/div&gt;&lt;div&gt;&lt;br&gt;&lt;/div&gt;&lt;div&gt;Fuse size selected based on table and FLA&lt;/div&gt;&lt;div&gt;&lt;b&gt;Fuse = 30A&lt;/b&gt;&lt;/div&gt;" vertex="1">
          <mxGeometry height="80" width="305" x="1070" y="60" as="geometry" />
        </mxCell>
        <mxCell id="59XTsty1G1Yx93DkZX_j-205" edge="1" parent="1" source="59XTsty1G1Yx93DkZX_j-101" style="edgeStyle=orthogonalEdgeStyle;orthogonalLoop=1;jettySize=auto;html=1;entryX=0.5;entryY=1;entryDx=0;entryDy=0;exitX=-0.004;exitY=0.321;exitDx=0;exitDy=0;exitPerimeter=0;" target="59XTsty1G1Yx93DkZX_j-180">
          <mxGeometry relative="1" as="geometry" />
        </mxCell>
        <mxCell id="59XTsty1G1Yx93DkZX_j-206" edge="1" parent="1" source="59XTsty1G1Yx93DkZX_j-101" style="edgeStyle=orthogonalEdgeStyle;orthogonalLoop=1;jettySize=auto;html=1;exitX=0.001;exitY=0.645;exitDx=0;exitDy=0;exitPerimeter=0;" target="59XTsty1G1Yx93DkZX_j-102">
          <mxGeometry relative="1" as="geometry" />
        </mxCell>
        <mxCell id="59XTsty1G1Yx93DkZX_j-101" parent="1" style="rounded=0;whiteSpace=wrap;html=1;fillColor=#ffe6cc;strokeColor=#d79b00;fontStyle=1" value="Fangtooth" vertex="1">
          <mxGeometry height="60" width="120" x="1495" y="530" as="geometry" />
        </mxCell>
        <mxCell id="59XTsty1G1Yx93DkZX_j-113" edge="1" parent="1" source="59XTsty1G1Yx93DkZX_j-102" style="edgeStyle=orthogonalEdgeStyle;orthogonalLoop=1;jettySize=auto;html=1;entryX=0.5;entryY=0;entryDx=0;entryDy=0;" target="59XTsty1G1Yx93DkZX_j-108">
          <mxGeometry relative="1" as="geometry" />
        </mxCell>
        <mxCell id="59XTsty1G1Yx93DkZX_j-102" parent="1" style="rounded=0;whiteSpace=wrap;html=1;fillColor=#f8cecc;strokeColor=#b85450;fontStyle=1" value="Thrusters Powerbus" vertex="1">
          <mxGeometry height="60" width="120" x="1375" y="610" as="geometry" />
        </mxCell>
        <mxCell id="59XTsty1G1Yx93DkZX_j-135" edge="1" parent="1" source="59XTsty1G1Yx93DkZX_j-108" style="edgeStyle=orthogonalEdgeStyle;orthogonalLoop=1;jettySize=auto;html=1;entryX=0.5;entryY=0;entryDx=0;entryDy=0;" target="59XTsty1G1Yx93DkZX_j-116">
          <mxGeometry relative="1" as="geometry" />
        </mxCell>
        <mxCell id="59XTsty1G1Yx93DkZX_j-137" edge="1" parent="1" source="59XTsty1G1Yx93DkZX_j-108" style="edgeStyle=orthogonalEdgeStyle;orthogonalLoop=1;jettySize=auto;html=1;entryX=0.5;entryY=0;entryDx=0;entryDy=0;" target="59XTsty1G1Yx93DkZX_j-120">
          <mxGeometry relative="1" as="geometry" />
        </mxCell>
        <mxCell id="59XTsty1G1Yx93DkZX_j-138" edge="1" parent="1" source="59XTsty1G1Yx93DkZX_j-108" style="edgeStyle=orthogonalEdgeStyle;orthogonalLoop=1;jettySize=auto;html=1;entryX=0.5;entryY=0;entryDx=0;entryDy=0;" target="59XTsty1G1Yx93DkZX_j-117">
          <mxGeometry relative="1" as="geometry" />
        </mxCell>
        <mxCell id="59XTsty1G1Yx93DkZX_j-139" edge="1" parent="1" source="59XTsty1G1Yx93DkZX_j-108" style="edgeStyle=orthogonalEdgeStyle;orthogonalLoop=1;jettySize=auto;html=1;entryX=0.5;entryY=0;entryDx=0;entryDy=0;" target="59XTsty1G1Yx93DkZX_j-118">
          <mxGeometry relative="1" as="geometry" />
        </mxCell>
        <mxCell id="59XTsty1G1Yx93DkZX_j-140" edge="1" parent="1" source="59XTsty1G1Yx93DkZX_j-108" style="edgeStyle=orthogonalEdgeStyle;orthogonalLoop=1;jettySize=auto;html=1;entryX=0.5;entryY=0;entryDx=0;entryDy=0;" target="59XTsty1G1Yx93DkZX_j-121">
          <mxGeometry relative="1" as="geometry" />
        </mxCell>
        <mxCell id="59XTsty1G1Yx93DkZX_j-141" edge="1" parent="1" source="59XTsty1G1Yx93DkZX_j-108" style="edgeStyle=orthogonalEdgeStyle;orthogonalLoop=1;jettySize=auto;html=1;entryX=0.5;entryY=0;entryDx=0;entryDy=0;" target="59XTsty1G1Yx93DkZX_j-122">
          <mxGeometry relative="1" as="geometry" />
        </mxCell>
        <mxCell id="59XTsty1G1Yx93DkZX_j-142" edge="1" parent="1" source="59XTsty1G1Yx93DkZX_j-108" style="edgeStyle=orthogonalEdgeStyle;orthogonalLoop=1;jettySize=auto;html=1;entryX=0.5;entryY=0;entryDx=0;entryDy=0;" target="59XTsty1G1Yx93DkZX_j-123">
          <mxGeometry relative="1" as="geometry" />
        </mxCell>
        <mxCell id="59XTsty1G1Yx93DkZX_j-143" edge="1" parent="1" source="59XTsty1G1Yx93DkZX_j-108" style="edgeStyle=orthogonalEdgeStyle;orthogonalLoop=1;jettySize=auto;html=1;" target="59XTsty1G1Yx93DkZX_j-124">
          <mxGeometry relative="1" as="geometry" />
        </mxCell>
        <mxCell id="59XTsty1G1Yx93DkZX_j-108" parent="1" style="rounded=0;whiteSpace=wrap;html=1;fillColor=#d5e8d4;strokeColor=#82b366;fontStyle=0" value="&lt;span&gt;12V Bus Bar&lt;/span&gt;" vertex="1">
          <mxGeometry height="60" width="460" x="1205" y="710" as="geometry" />
        </mxCell>
        <mxCell id="59XTsty1G1Yx93DkZX_j-158" edge="1" parent="1" source="59XTsty1G1Yx93DkZX_j-111" style="edgeStyle=orthogonalEdgeStyle;orthogonalLoop=1;jettySize=auto;html=1;entryX=0;entryY=0.5;entryDx=0;entryDy=0;dashed=1;strokeColor=#3333FF;" target="59XTsty1G1Yx93DkZX_j-154">
          <mxGeometry relative="1" as="geometry" />
        </mxCell>
        <mxCell id="59XTsty1G1Yx93DkZX_j-159" edge="1" parent="1" source="59XTsty1G1Yx93DkZX_j-111" style="edgeStyle=orthogonalEdgeStyle;orthogonalLoop=1;jettySize=auto;html=1;entryX=0;entryY=0.5;entryDx=0;entryDy=0;dashed=1;strokeColor=#3333FF;" target="59XTsty1G1Yx93DkZX_j-153">
          <mxGeometry relative="1" as="geometry" />
        </mxCell>
        <mxCell id="59XTsty1G1Yx93DkZX_j-160" edge="1" parent="1" source="59XTsty1G1Yx93DkZX_j-111" style="edgeStyle=orthogonalEdgeStyle;orthogonalLoop=1;jettySize=auto;html=1;entryX=0;entryY=0.5;entryDx=0;entryDy=0;dashed=1;strokeColor=#3333FF;" target="59XTsty1G1Yx93DkZX_j-155">
          <mxGeometry relative="1" as="geometry" />
        </mxCell>
        <mxCell id="59XTsty1G1Yx93DkZX_j-232" edge="1" parent="1" source="59XTsty1G1Yx93DkZX_j-111" style="edgeStyle=orthogonalEdgeStyle;orthogonalLoop=1;jettySize=auto;html=1;entryX=0;entryY=0.25;entryDx=0;entryDy=0;" target="59XTsty1G1Yx93DkZX_j-164">
          <mxGeometry relative="1" as="geometry" />
        </mxCell>
        <mxCell id="59XTsty1G1Yx93DkZX_j-233" edge="1" parent="1" source="59XTsty1G1Yx93DkZX_j-111" style="edgeStyle=orthogonalEdgeStyle;orthogonalLoop=1;jettySize=auto;html=1;entryX=0;entryY=0.25;entryDx=0;entryDy=0;" target="59XTsty1G1Yx93DkZX_j-163">
          <mxGeometry relative="1" as="geometry" />
        </mxCell>
        <mxCell id="59XTsty1G1Yx93DkZX_j-234" edge="1" parent="1" source="59XTsty1G1Yx93DkZX_j-111" style="edgeStyle=orthogonalEdgeStyle;orthogonalLoop=1;jettySize=auto;html=1;entryX=0;entryY=0.25;entryDx=0;entryDy=0;" target="59XTsty1G1Yx93DkZX_j-165">
          <mxGeometry relative="1" as="geometry" />
        </mxCell>
        <mxCell id="59XTsty1G1Yx93DkZX_j-235" edge="1" parent="1" source="59XTsty1G1Yx93DkZX_j-111" style="edgeStyle=orthogonalEdgeStyle;orthogonalLoop=1;jettySize=auto;html=1;entryX=0.008;entryY=0.856;entryDx=0;entryDy=0;entryPerimeter=0;" target="59XTsty1G1Yx93DkZX_j-231">
          <mxGeometry relative="1" as="geometry" />
        </mxCell>
        <mxCell id="59XTsty1G1Yx93DkZX_j-236" edge="1" parent="1" source="59XTsty1G1Yx93DkZX_j-111" style="edgeStyle=orthogonalEdgeStyle;orthogonalLoop=1;jettySize=auto;html=1;entryX=0;entryY=0.25;entryDx=0;entryDy=0;dashed=1;strokeColor=#3333FF;" target="59XTsty1G1Yx93DkZX_j-231">
          <mxGeometry relative="1" as="geometry">
            <Array as="points">
              <mxPoint x="960" y="748" />
            </Array>
          </mxGeometry>
        </mxCell>
        <mxCell id="59XTsty1G1Yx93DkZX_j-237" edge="1" parent="1" source="59XTsty1G1Yx93DkZX_j-111" style="edgeStyle=orthogonalEdgeStyle;orthogonalLoop=1;jettySize=auto;html=1;entryX=0;entryY=0.75;entryDx=0;entryDy=0;dashed=1;strokeColor=#3333FF;" target="59XTsty1G1Yx93DkZX_j-165">
          <mxGeometry relative="1" as="geometry">
            <Array as="points">
              <mxPoint x="960" y="723" />
            </Array>
          </mxGeometry>
        </mxCell>
        <mxCell id="59XTsty1G1Yx93DkZX_j-238" edge="1" parent="1" source="59XTsty1G1Yx93DkZX_j-111" style="edgeStyle=orthogonalEdgeStyle;orthogonalLoop=1;jettySize=auto;html=1;entryX=0;entryY=0.75;entryDx=0;entryDy=0;dashed=1;strokeColor=#3333FF;" target="59XTsty1G1Yx93DkZX_j-163">
          <mxGeometry relative="1" as="geometry">
            <Array as="points">
              <mxPoint x="960" y="683" />
            </Array>
          </mxGeometry>
        </mxCell>
        <mxCell id="59XTsty1G1Yx93DkZX_j-239" edge="1" parent="1" source="59XTsty1G1Yx93DkZX_j-111" style="edgeStyle=orthogonalEdgeStyle;orthogonalLoop=1;jettySize=auto;html=1;entryX=0;entryY=0.75;entryDx=0;entryDy=0;dashed=1;strokeColor=#3333FF;" target="59XTsty1G1Yx93DkZX_j-164">
          <mxGeometry relative="1" as="geometry">
            <Array as="points">
              <mxPoint x="960" y="643" />
            </Array>
          </mxGeometry>
        </mxCell>
        <mxCell id="59XTsty1G1Yx93DkZX_j-111" parent="1" style="rounded=0;whiteSpace=wrap;html=1;fillColor=#d5e8d4;strokeColor=#82b366;" value="LattePanda" vertex="1">
          <mxGeometry height="60" width="120" x="945" y="490" as="geometry" />
        </mxCell>
        <mxCell id="59XTsty1G1Yx93DkZX_j-145" edge="1" parent="1" source="59XTsty1G1Yx93DkZX_j-116" style="edgeStyle=orthogonalEdgeStyle;orthogonalLoop=1;jettySize=auto;html=1;entryX=0.5;entryY=0;entryDx=0;entryDy=0;" target="59XTsty1G1Yx93DkZX_j-126">
          <mxGeometry relative="1" as="geometry" />
        </mxCell>
        <mxCell id="59XTsty1G1Yx93DkZX_j-116" parent="1" style="rounded=0;whiteSpace=wrap;html=1;fillColor=#f5f5f5;fontColor=#333333;strokeColor=#666666;" value="ESC" vertex="1">
          <mxGeometry height="20" width="40" x="1205" y="830" as="geometry" />
        </mxCell>
        <mxCell id="59XTsty1G1Yx93DkZX_j-147" edge="1" parent="1" source="59XTsty1G1Yx93DkZX_j-117" style="edgeStyle=orthogonalEdgeStyle;orthogonalLoop=1;jettySize=auto;html=1;entryX=0.5;entryY=0;entryDx=0;entryDy=0;" target="59XTsty1G1Yx93DkZX_j-128">
          <mxGeometry relative="1" as="geometry" />
        </mxCell>
        <mxCell id="59XTsty1G1Yx93DkZX_j-117" parent="1" style="rounded=0;whiteSpace=wrap;html=1;fillColor=#f5f5f5;fontColor=#333333;strokeColor=#666666;" value="ESC" vertex="1">
          <mxGeometry height="20" width="40" x="1325" y="830" as="geometry" />
        </mxCell>
        <mxCell id="59XTsty1G1Yx93DkZX_j-148" edge="1" parent="1" source="59XTsty1G1Yx93DkZX_j-118" style="edgeStyle=orthogonalEdgeStyle;orthogonalLoop=1;jettySize=auto;html=1;entryX=0.5;entryY=0;entryDx=0;entryDy=0;" target="59XTsty1G1Yx93DkZX_j-129">
          <mxGeometry relative="1" as="geometry" />
        </mxCell>
        <mxCell id="59XTsty1G1Yx93DkZX_j-118" parent="1" style="rounded=0;whiteSpace=wrap;html=1;fillColor=#f5f5f5;fontColor=#333333;strokeColor=#666666;" value="ESC" vertex="1">
          <mxGeometry height="20" width="40" x="1385" y="830" as="geometry" />
        </mxCell>
        <mxCell id="59XTsty1G1Yx93DkZX_j-146" edge="1" parent="1" source="59XTsty1G1Yx93DkZX_j-120" style="edgeStyle=orthogonalEdgeStyle;orthogonalLoop=1;jettySize=auto;html=1;entryX=0.5;entryY=0;entryDx=0;entryDy=0;" target="59XTsty1G1Yx93DkZX_j-127">
          <mxGeometry relative="1" as="geometry" />
        </mxCell>
        <mxCell id="59XTsty1G1Yx93DkZX_j-120" parent="1" style="rounded=0;whiteSpace=wrap;html=1;fillColor=#f5f5f5;fontColor=#333333;strokeColor=#666666;" value="ESC" vertex="1">
          <mxGeometry height="20" width="40" x="1265" y="830" as="geometry" />
        </mxCell>
        <mxCell id="59XTsty1G1Yx93DkZX_j-149" edge="1" parent="1" source="59XTsty1G1Yx93DkZX_j-121" style="edgeStyle=orthogonalEdgeStyle;orthogonalLoop=1;jettySize=auto;html=1;entryX=0.5;entryY=0;entryDx=0;entryDy=0;" target="59XTsty1G1Yx93DkZX_j-130">
          <mxGeometry relative="1" as="geometry" />
        </mxCell>
        <mxCell id="59XTsty1G1Yx93DkZX_j-121" parent="1" style="rounded=0;whiteSpace=wrap;html=1;fillColor=#f5f5f5;fontColor=#333333;strokeColor=#666666;" value="ESC" vertex="1">
          <mxGeometry height="20" width="40" x="1445" y="830" as="geometry" />
        </mxCell>
        <mxCell id="59XTsty1G1Yx93DkZX_j-150" edge="1" parent="1" source="59XTsty1G1Yx93DkZX_j-122" style="edgeStyle=orthogonalEdgeStyle;orthogonalLoop=1;jettySize=auto;html=1;entryX=0.5;entryY=0;entryDx=0;entryDy=0;" target="59XTsty1G1Yx93DkZX_j-131">
          <mxGeometry relative="1" as="geometry" />
        </mxCell>
        <mxCell id="59XTsty1G1Yx93DkZX_j-122" parent="1" style="rounded=0;whiteSpace=wrap;html=1;fillColor=#f5f5f5;fontColor=#333333;strokeColor=#666666;" value="ESC" vertex="1">
          <mxGeometry height="20" width="40" x="1505" y="830" as="geometry" />
        </mxCell>
        <mxCell id="59XTsty1G1Yx93DkZX_j-151" edge="1" parent="1" source="59XTsty1G1Yx93DkZX_j-123" style="edgeStyle=orthogonalEdgeStyle;orthogonalLoop=1;jettySize=auto;html=1;entryX=0.5;entryY=0;entryDx=0;entryDy=0;" target="59XTsty1G1Yx93DkZX_j-132">
          <mxGeometry relative="1" as="geometry" />
        </mxCell>
        <mxCell id="59XTsty1G1Yx93DkZX_j-123" parent="1" style="rounded=0;whiteSpace=wrap;html=1;fillColor=#f5f5f5;fontColor=#333333;strokeColor=#666666;" value="ESC" vertex="1">
          <mxGeometry height="20" width="40" x="1565" y="830" as="geometry" />
        </mxCell>
        <mxCell id="59XTsty1G1Yx93DkZX_j-152" edge="1" parent="1" source="59XTsty1G1Yx93DkZX_j-124" style="edgeStyle=orthogonalEdgeStyle;orthogonalLoop=1;jettySize=auto;html=1;entryX=0.5;entryY=0;entryDx=0;entryDy=0;" target="59XTsty1G1Yx93DkZX_j-133">
          <mxGeometry relative="1" as="geometry" />
        </mxCell>
        <mxCell id="59XTsty1G1Yx93DkZX_j-124" parent="1" style="rounded=0;whiteSpace=wrap;html=1;fillColor=#f5f5f5;fontColor=#333333;strokeColor=#666666;" value="ESC" vertex="1">
          <mxGeometry height="20" width="40" x="1625" y="830" as="geometry" />
        </mxCell>
        <mxCell id="59XTsty1G1Yx93DkZX_j-126" parent="1" style="rhombus;whiteSpace=wrap;html=1;fillColor=#b1ddf0;strokeColor=#10739e;" value="T-200 Thruster" vertex="1">
          <mxGeometry height="60" width="60" x="1195" y="880" as="geometry" />
        </mxCell>
        <mxCell id="59XTsty1G1Yx93DkZX_j-127" parent="1" style="rhombus;whiteSpace=wrap;html=1;fillColor=#b1ddf0;strokeColor=#10739e;" value="T-200 Thruster" vertex="1">
          <mxGeometry height="60" width="60" x="1255" y="880" as="geometry" />
        </mxCell>
        <mxCell id="59XTsty1G1Yx93DkZX_j-128" parent="1" style="rhombus;whiteSpace=wrap;html=1;fillColor=#b1ddf0;strokeColor=#10739e;" value="T-200 Thruster" vertex="1">
          <mxGeometry height="60" width="60" x="1315" y="880" as="geometry" />
        </mxCell>
        <mxCell id="59XTsty1G1Yx93DkZX_j-129" parent="1" style="rhombus;whiteSpace=wrap;html=1;fillColor=#b1ddf0;strokeColor=#10739e;" value="T-200 Thruster" vertex="1">
          <mxGeometry height="60" width="60" x="1375" y="880" as="geometry" />
        </mxCell>
        <mxCell id="59XTsty1G1Yx93DkZX_j-130" parent="1" style="rhombus;whiteSpace=wrap;html=1;fillColor=#b1ddf0;strokeColor=#10739e;" value="T-200 Thruster" vertex="1">
          <mxGeometry height="60" width="60" x="1435" y="880" as="geometry" />
        </mxCell>
        <mxCell id="59XTsty1G1Yx93DkZX_j-131" parent="1" style="rhombus;whiteSpace=wrap;html=1;fillColor=#b1ddf0;strokeColor=#10739e;" value="T-200 Thruster" vertex="1">
          <mxGeometry height="60" width="60" x="1495" y="880" as="geometry" />
        </mxCell>
        <mxCell id="59XTsty1G1Yx93DkZX_j-132" parent="1" style="rhombus;whiteSpace=wrap;html=1;fillColor=#b1ddf0;strokeColor=#10739e;" value="T-200 Thruster" vertex="1">
          <mxGeometry height="60" width="60" x="1555" y="880" as="geometry" />
        </mxCell>
        <mxCell id="59XTsty1G1Yx93DkZX_j-133" parent="1" style="rhombus;whiteSpace=wrap;html=1;fillColor=#b1ddf0;strokeColor=#10739e;" value="T-200 Thruster" vertex="1">
          <mxGeometry height="60" width="60" x="1615" y="880" as="geometry" />
        </mxCell>
        <mxCell id="59XTsty1G1Yx93DkZX_j-153" parent="1" style="rounded=0;whiteSpace=wrap;html=1;fillColor=#b1ddf0;strokeColor=#10739e;" value="Camera" vertex="1">
          <mxGeometry height="30" width="80" x="1215" y="510" as="geometry" />
        </mxCell>
        <mxCell id="59XTsty1G1Yx93DkZX_j-154" parent="1" style="rounded=0;whiteSpace=wrap;html=1;fillColor=#b1ddf0;strokeColor=#10739e;" value="Camera" vertex="1">
          <mxGeometry height="30" width="80" x="1215" y="550" as="geometry" />
        </mxCell>
        <mxCell id="59XTsty1G1Yx93DkZX_j-155" parent="1" style="rounded=0;whiteSpace=wrap;html=1;fillColor=#b1ddf0;strokeColor=#10739e;" value="Gripper" vertex="1">
          <mxGeometry height="30" width="80" x="1215" y="590" as="geometry" />
        </mxCell>
        <mxCell id="59XTsty1G1Yx93DkZX_j-163" parent="1" style="rounded=0;whiteSpace=wrap;html=1;fillColor=#b1ddf0;strokeColor=#10739e;" value="IMUs" vertex="1">
          <mxGeometry height="30" width="80" x="1055" y="660" as="geometry" />
        </mxCell>
        <mxCell id="59XTsty1G1Yx93DkZX_j-164" parent="1" style="rounded=0;whiteSpace=wrap;html=1;fillColor=#b1ddf0;strokeColor=#10739e;" value="VectorNav" vertex="1">
          <mxGeometry height="30" width="80" x="1055" y="620" as="geometry" />
        </mxCell>
        <mxCell id="59XTsty1G1Yx93DkZX_j-165" parent="1" style="rounded=0;whiteSpace=wrap;html=1;fillColor=#b1ddf0;strokeColor=#10739e;" value="Sensors and Lights" vertex="1">
          <mxGeometry height="30" width="80" x="1055" y="700" as="geometry" />
        </mxCell>
        <mxCell id="59XTsty1G1Yx93DkZX_j-185" edge="1" parent="1" source="59XTsty1G1Yx93DkZX_j-179" style="edgeStyle=orthogonalEdgeStyle;orthogonalLoop=1;jettySize=auto;html=1;entryX=1;entryY=0.5;entryDx=0;entryDy=0;" target="59XTsty1G1Yx93DkZX_j-155">
          <mxGeometry relative="1" as="geometry">
            <Array as="points">
              <mxPoint x="1325" y="440" />
              <mxPoint x="1325" y="605" />
            </Array>
          </mxGeometry>
        </mxCell>
        <mxCell id="59XTsty1G1Yx93DkZX_j-179" parent="1" style="rounded=0;whiteSpace=wrap;html=1;" value="12v -&amp;gt; 7v Converter for Servos" vertex="1">
          <mxGeometry height="60" width="120" x="1195" y="410" as="geometry" />
        </mxCell>
        <mxCell id="59XTsty1G1Yx93DkZX_j-183" edge="1" parent="1" source="59XTsty1G1Yx93DkZX_j-180" style="edgeStyle=orthogonalEdgeStyle;orthogonalLoop=1;jettySize=auto;html=1;" target="59XTsty1G1Yx93DkZX_j-111">
          <mxGeometry relative="1" as="geometry" />
        </mxCell>
        <mxCell id="59XTsty1G1Yx93DkZX_j-184" edge="1" parent="1" source="59XTsty1G1Yx93DkZX_j-180" style="edgeStyle=orthogonalEdgeStyle;orthogonalLoop=1;jettySize=auto;html=1;entryX=0.5;entryY=0;entryDx=0;entryDy=0;" target="59XTsty1G1Yx93DkZX_j-179">
          <mxGeometry relative="1" as="geometry" />
        </mxCell>
        <mxCell id="59XTsty1G1Yx93DkZX_j-180" parent="1" style="rounded=0;whiteSpace=wrap;html=1;fillColor=#f8cecc;strokeColor=#b85450;fontStyle=1" value="Computer Powerbus" vertex="1">
          <mxGeometry height="60" width="120" x="1375" y="360" as="geometry" />
        </mxCell>
        <mxCell id="59XTsty1G1Yx93DkZX_j-218" edge="1" parent="1" source="59XTsty1G1Yx93DkZX_j-208" style="edgeStyle=orthogonalEdgeStyle;orthogonalLoop=1;jettySize=auto;html=1;" target="59XTsty1G1Yx93DkZX_j-66">
          <mxGeometry relative="1" as="geometry" />
        </mxCell>
        <mxCell id="59XTsty1G1Yx93DkZX_j-219" edge="1" parent="1" source="59XTsty1G1Yx93DkZX_j-208" style="edgeStyle=orthogonalEdgeStyle;orthogonalLoop=1;jettySize=auto;html=1;entryX=1;entryY=0.5;entryDx=0;entryDy=0;" target="59XTsty1G1Yx93DkZX_j-214">
          <mxGeometry relative="1" as="geometry" />
        </mxCell>
        <mxCell id="59XTsty1G1Yx93DkZX_j-224" edge="1" parent="1" source="59XTsty1G1Yx93DkZX_j-208" style="edgeStyle=orthogonalEdgeStyle;orthogonalLoop=1;jettySize=auto;html=1;entryX=1;entryY=0.5;entryDx=0;entryDy=0;" target="59XTsty1G1Yx93DkZX_j-221">
          <mxGeometry relative="1" as="geometry">
            <Array as="points">
              <mxPoint x="1400" y="115" />
              <mxPoint x="1400" y="315" />
            </Array>
          </mxGeometry>
        </mxCell>
        <mxCell id="59XTsty1G1Yx93DkZX_j-208" parent="1" style="rounded=0;whiteSpace=wrap;html=1;" value="Power Strip" vertex="1">
          <mxGeometry height="60" width="120" x="1495" y="85" as="geometry" />
        </mxCell>
        <mxCell id="59XTsty1G1Yx93DkZX_j-226" edge="1" parent="1" source="59XTsty1G1Yx93DkZX_j-214" style="edgeStyle=orthogonalEdgeStyle;orthogonalLoop=1;jettySize=auto;html=1;dashed=1;strokeColor=#3333FF;" target="59XTsty1G1Yx93DkZX_j-222" value="">
          <mxGeometry relative="1" as="geometry" />
        </mxCell>
        <mxCell id="59XTsty1G1Yx93DkZX_j-227" edge="1" parent="1" source="59XTsty1G1Yx93DkZX_j-214" style="edgeStyle=orthogonalEdgeStyle;orthogonalLoop=1;jettySize=auto;html=1;dashed=1;strokeColor=#3333FF;" target="59XTsty1G1Yx93DkZX_j-221">
          <mxGeometry relative="1" as="geometry">
            <Array as="points">
              <mxPoint x="1280" y="280" />
              <mxPoint x="1285" y="280" />
            </Array>
          </mxGeometry>
        </mxCell>
        <mxCell id="59XTsty1G1Yx93DkZX_j-228" edge="1" parent="1" source="59XTsty1G1Yx93DkZX_j-214" style="edgeStyle=orthogonalEdgeStyle;orthogonalLoop=1;jettySize=auto;html=1;entryX=0.25;entryY=0;entryDx=0;entryDy=0;dashed=1;strokeColor=#3333FF;" target="59XTsty1G1Yx93DkZX_j-111">
          <mxGeometry relative="1" as="geometry" />
        </mxCell>
        <mxCell id="59XTsty1G1Yx93DkZX_j-229" connectable="0" parent="59XTsty1G1Yx93DkZX_j-228" style="edgeLabel;html=1;align=center;verticalAlign=middle;resizable=0;points=[];" value="TETHER (DATA)" vertex="1">
          <mxGeometry relative="1" x="0.453" as="geometry">
            <mxPoint as="offset" />
          </mxGeometry>
        </mxCell>
        <mxCell id="59XTsty1G1Yx93DkZX_j-214" parent="1" style="rounded=0;whiteSpace=wrap;html=1;fillColor=#f8cecc;strokeColor=#b85450;fontStyle=1" value="Laptop Surface Station" vertex="1">
          <mxGeometry height="60" width="120" x="1185" y="200" as="geometry" />
        </mxCell>
        <mxCell id="59XTsty1G1Yx93DkZX_j-221" parent="1" style="rounded=0;whiteSpace=wrap;html=1;fillColor=#b1ddf0;strokeColor=#10739e;" value="Wireless Router" vertex="1">
          <mxGeometry height="30" width="80" x="1245" y="300" as="geometry" />
        </mxCell>
        <mxCell id="59XTsty1G1Yx93DkZX_j-222" parent="1" style="rounded=0;whiteSpace=wrap;html=1;fillColor=#b1ddf0;strokeColor=#10739e;" value="Joystick and Throttle" vertex="1">
          <mxGeometry height="30" width="80" x="1160" y="300" as="geometry" />
        </mxCell>
        <mxCell id="59XTsty1G1Yx93DkZX_j-242" edge="1" parent="1" source="59XTsty1G1Yx93DkZX_j-231" style="edgeStyle=orthogonalEdgeStyle;orthogonalLoop=1;jettySize=auto;html=1;entryX=0.25;entryY=0;entryDx=0;entryDy=0;dashed=1;strokeColor=#3333FF;" target="59XTsty1G1Yx93DkZX_j-123">
          <mxGeometry relative="1" as="geometry">
            <Array as="points">
              <mxPoint x="1095" y="780" />
              <mxPoint x="1575" y="780" />
            </Array>
          </mxGeometry>
        </mxCell>
        <mxCell id="59XTsty1G1Yx93DkZX_j-243" edge="1" parent="1" source="59XTsty1G1Yx93DkZX_j-231" style="edgeStyle=orthogonalEdgeStyle;orthogonalLoop=1;jettySize=auto;html=1;entryX=0.25;entryY=0;entryDx=0;entryDy=0;dashed=1;strokeColor=#3333FF;" target="59XTsty1G1Yx93DkZX_j-124">
          <mxGeometry relative="1" as="geometry">
            <Array as="points">
              <mxPoint x="1095" y="780" />
              <mxPoint x="1635" y="780" />
            </Array>
          </mxGeometry>
        </mxCell>
        <mxCell id="59XTsty1G1Yx93DkZX_j-244" edge="1" parent="1" source="59XTsty1G1Yx93DkZX_j-231" style="edgeStyle=orthogonalEdgeStyle;orthogonalLoop=1;jettySize=auto;html=1;entryX=0.25;entryY=0;entryDx=0;entryDy=0;dashed=1;strokeColor=#3333FF;" target="59XTsty1G1Yx93DkZX_j-122">
          <mxGeometry relative="1" as="geometry">
            <Array as="points">
              <mxPoint x="1095" y="780" />
              <mxPoint x="1515" y="780" />
            </Array>
          </mxGeometry>
        </mxCell>
        <mxCell id="59XTsty1G1Yx93DkZX_j-245" edge="1" parent="1" source="59XTsty1G1Yx93DkZX_j-231" style="edgeStyle=orthogonalEdgeStyle;orthogonalLoop=1;jettySize=auto;html=1;entryX=0.25;entryY=0;entryDx=0;entryDy=0;dashed=1;strokeColor=#3333FF;" target="59XTsty1G1Yx93DkZX_j-121">
          <mxGeometry relative="1" as="geometry">
            <Array as="points">
              <mxPoint x="1095" y="780" />
              <mxPoint x="1455" y="780" />
            </Array>
          </mxGeometry>
        </mxCell>
        <mxCell id="59XTsty1G1Yx93DkZX_j-246" edge="1" parent="1" source="59XTsty1G1Yx93DkZX_j-231" style="edgeStyle=orthogonalEdgeStyle;orthogonalLoop=1;jettySize=auto;html=1;entryX=0.25;entryY=0;entryDx=0;entryDy=0;dashed=1;strokeColor=#3333FF;" target="59XTsty1G1Yx93DkZX_j-118">
          <mxGeometry relative="1" as="geometry">
            <Array as="points">
              <mxPoint x="1095" y="780" />
              <mxPoint x="1395" y="780" />
            </Array>
          </mxGeometry>
        </mxCell>
        <mxCell id="59XTsty1G1Yx93DkZX_j-247" edge="1" parent="1" source="59XTsty1G1Yx93DkZX_j-231" style="edgeStyle=orthogonalEdgeStyle;orthogonalLoop=1;jettySize=auto;html=1;entryX=0.25;entryY=0;entryDx=0;entryDy=0;dashed=1;strokeColor=#3333FF;" target="59XTsty1G1Yx93DkZX_j-117">
          <mxGeometry relative="1" as="geometry">
            <Array as="points">
              <mxPoint x="1095" y="780" />
              <mxPoint x="1335" y="780" />
            </Array>
          </mxGeometry>
        </mxCell>
        <mxCell id="59XTsty1G1Yx93DkZX_j-248" edge="1" parent="1" source="59XTsty1G1Yx93DkZX_j-231" style="edgeStyle=orthogonalEdgeStyle;orthogonalLoop=1;jettySize=auto;html=1;entryX=0.25;entryY=0;entryDx=0;entryDy=0;dashed=1;strokeColor=#3333FF;" target="59XTsty1G1Yx93DkZX_j-120">
          <mxGeometry relative="1" as="geometry">
            <Array as="points">
              <mxPoint x="1095" y="780" />
              <mxPoint x="1275" y="780" />
            </Array>
          </mxGeometry>
        </mxCell>
        <mxCell id="59XTsty1G1Yx93DkZX_j-249" edge="1" parent="1" source="59XTsty1G1Yx93DkZX_j-231" style="edgeStyle=orthogonalEdgeStyle;orthogonalLoop=1;jettySize=auto;html=1;entryX=0.25;entryY=0;entryDx=0;entryDy=0;dashed=1;strokeColor=#3333FF;" target="59XTsty1G1Yx93DkZX_j-116">
          <mxGeometry relative="1" as="geometry">
            <Array as="points">
              <mxPoint x="1095" y="780" />
              <mxPoint x="1215" y="780" />
            </Array>
          </mxGeometry>
        </mxCell>
        <mxCell id="59XTsty1G1Yx93DkZX_j-231" parent="1" style="rounded=0;whiteSpace=wrap;html=1;fillColor=#b1ddf0;strokeColor=#10739e;" value="Motor Controller" vertex="1">
          <mxGeometry height="30" width="80" x="1055" y="740" as="geometry" />
        </mxCell>
      </root>
    </mxGraphModel>
  </diagram>
</mxfile>
